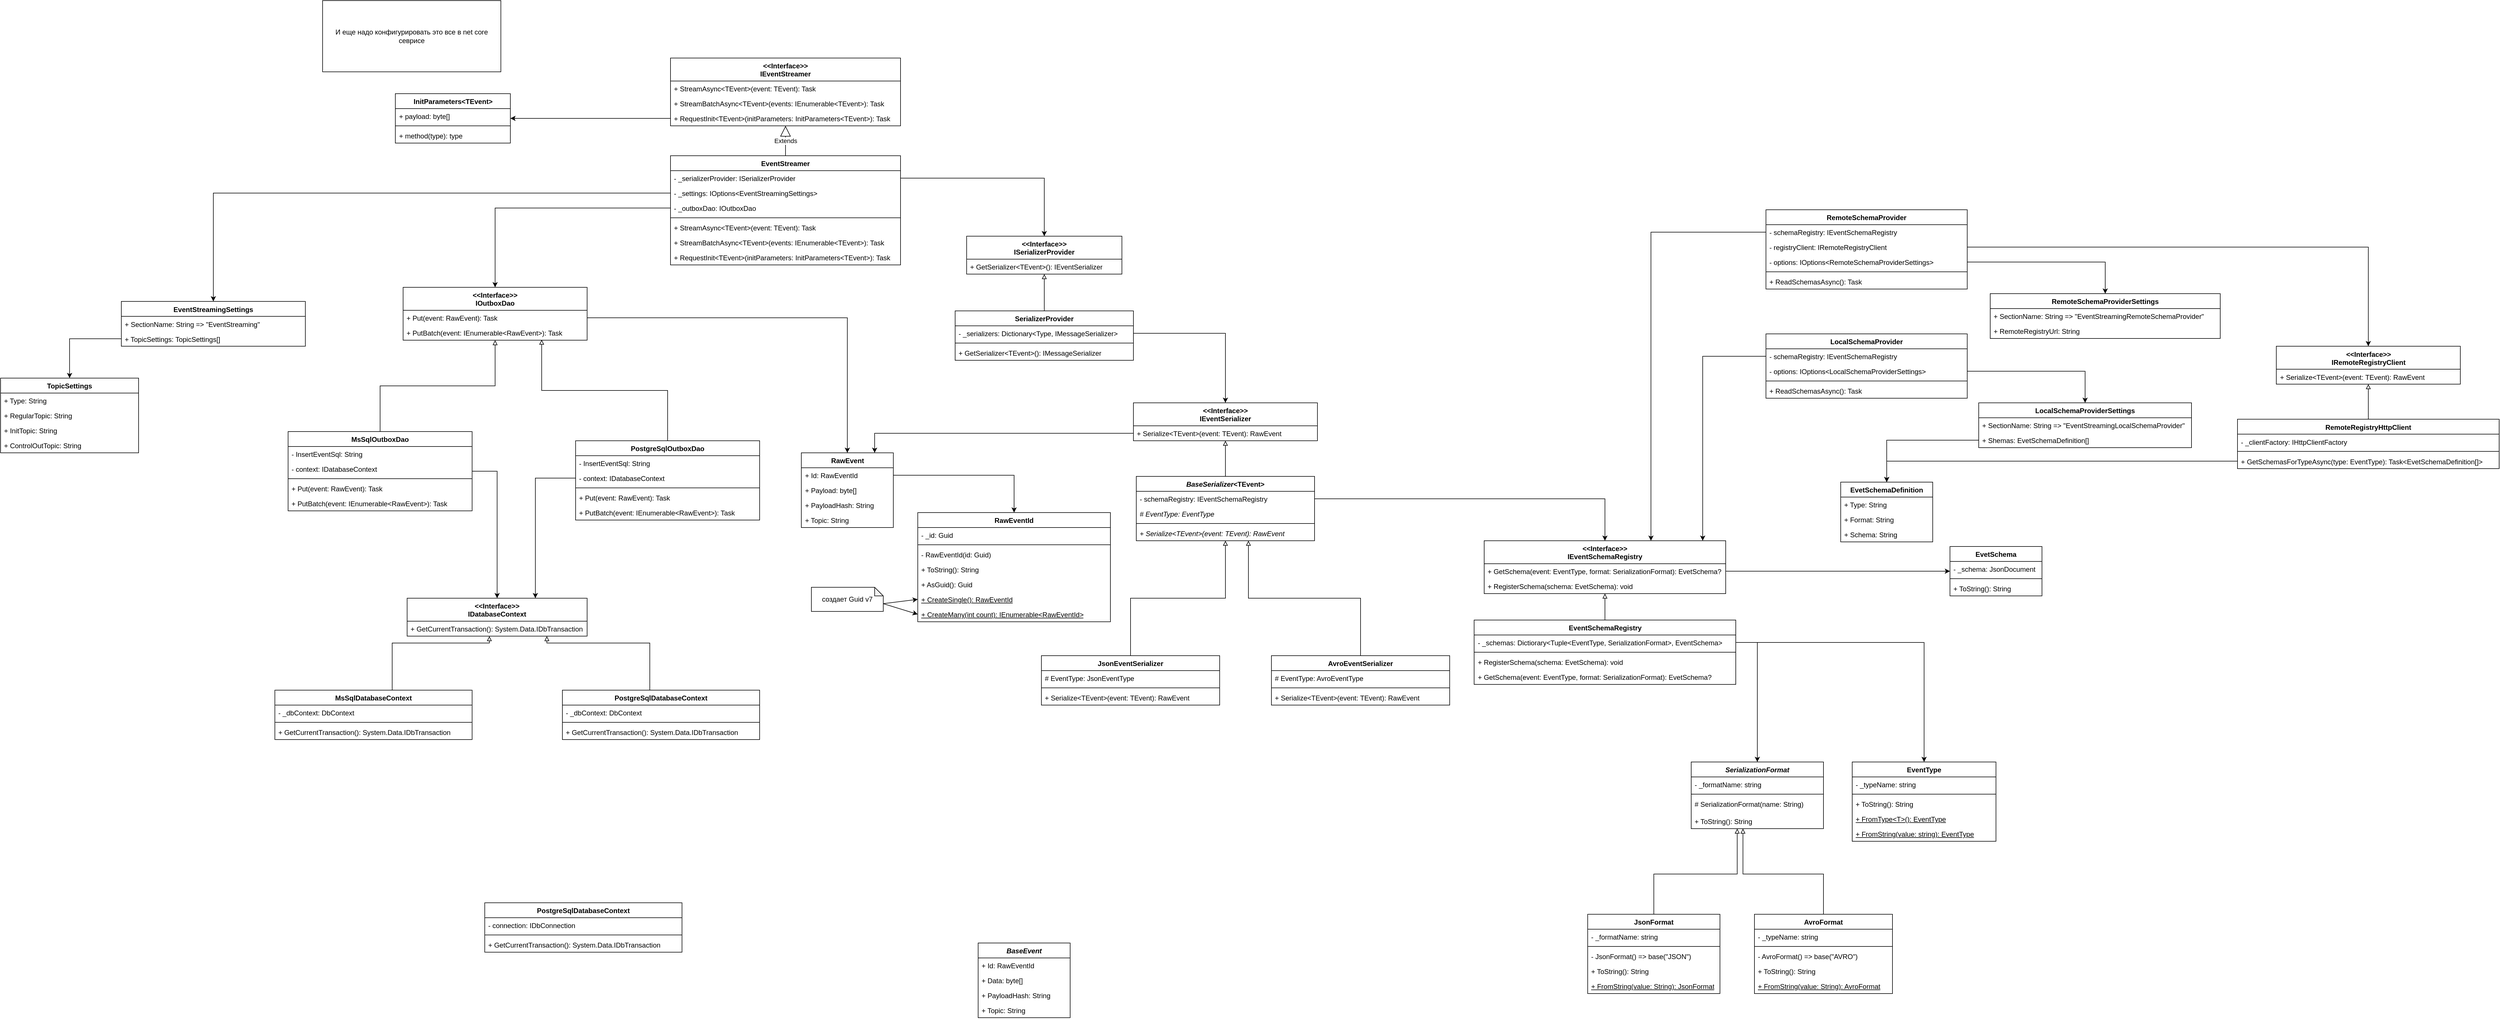
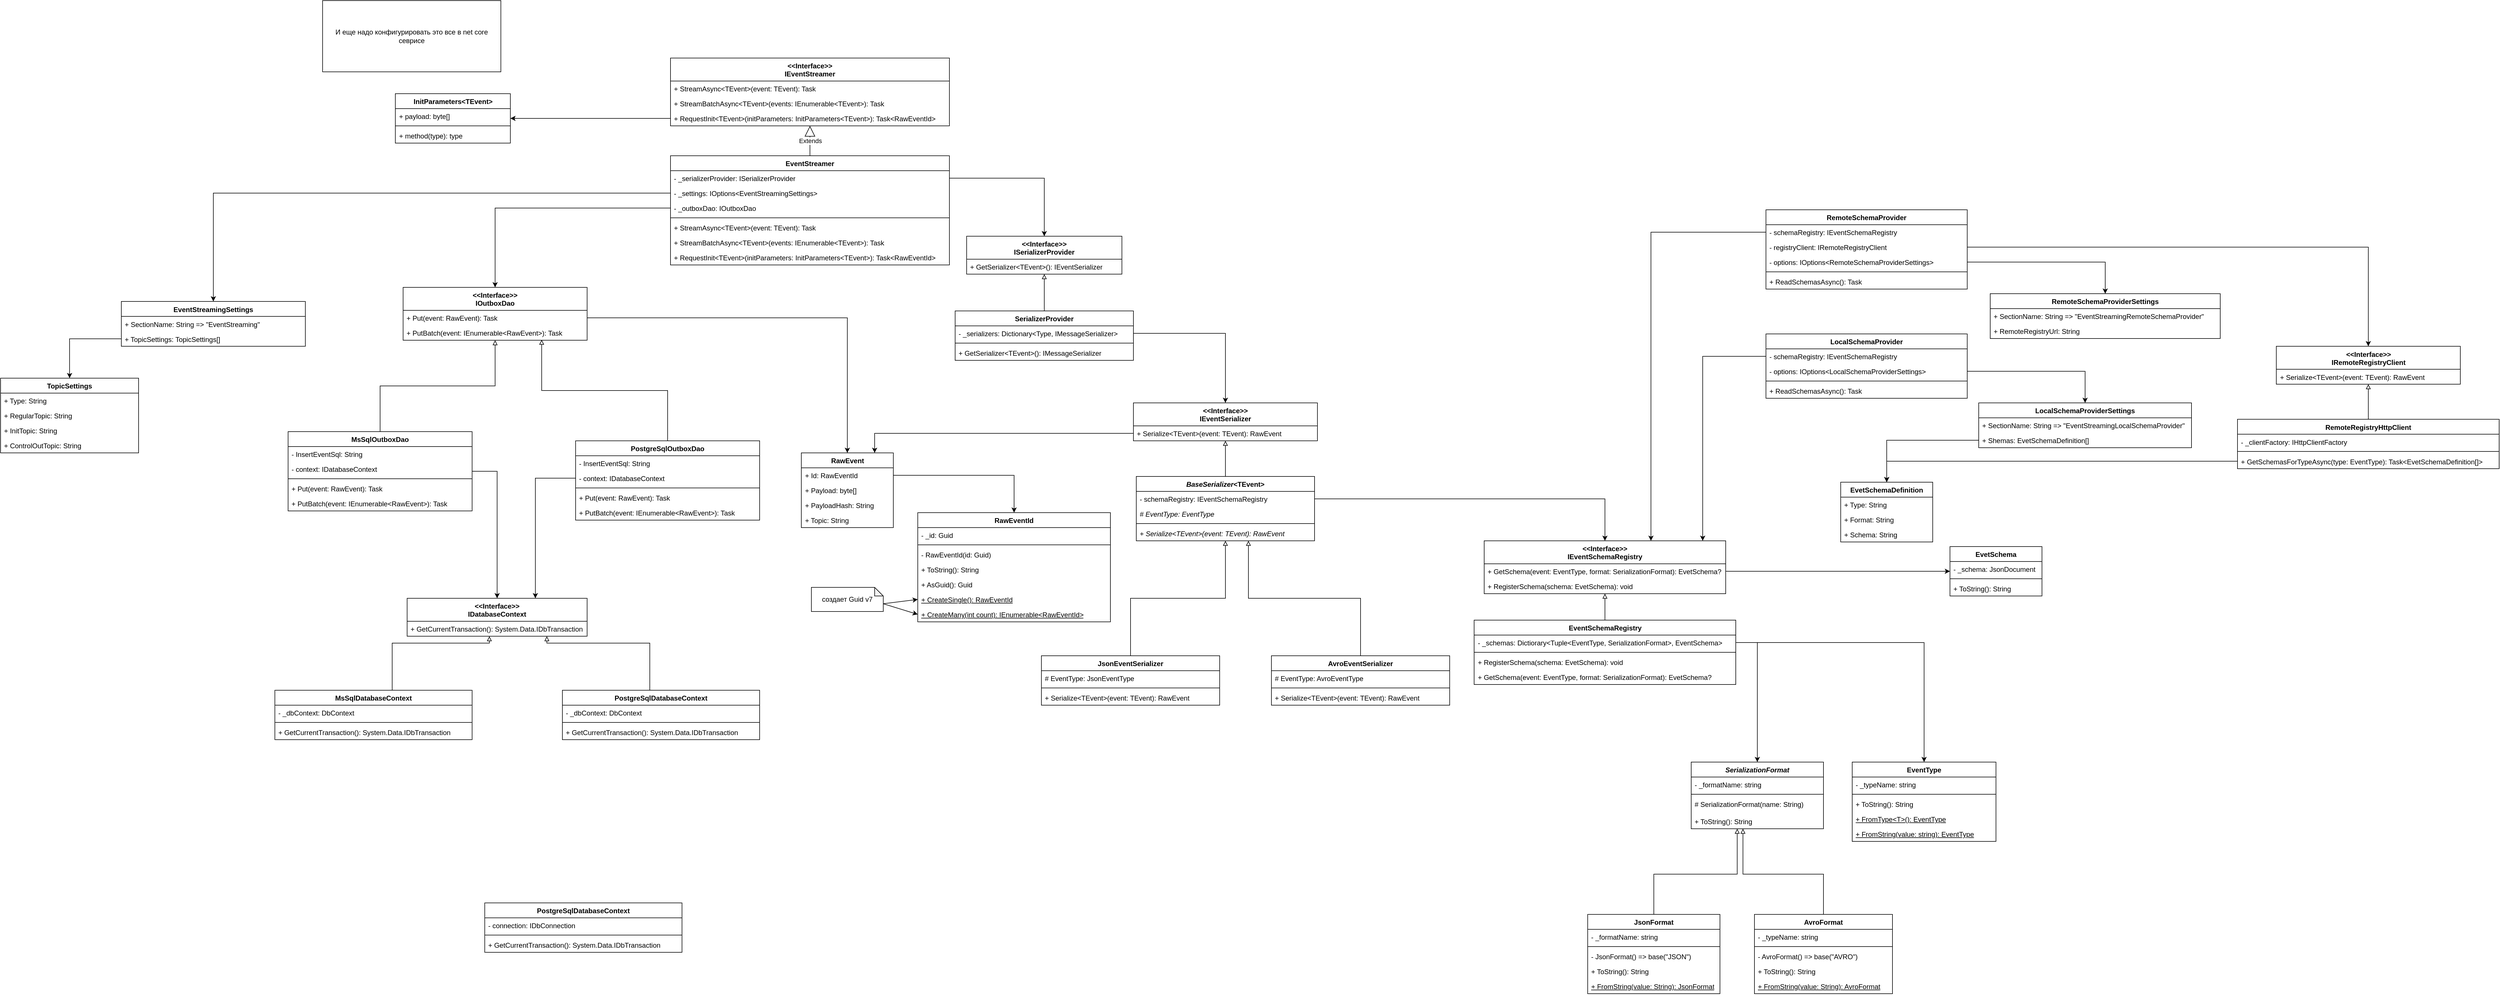
- <mxfile host="drawio-plugin" modified="2026-06-19T18:16:20.226Z" agent="Mozilla/5.0 (Windows NT 10.0; Win64; x64) AppleWebKit/537.36 (KHTML, like Gecko) Chrome/137.0.0.0 Safari/537.36" etag="V95-Mptu9TRLl18uQLBe" version="22.1.22" type="embed">
+ <mxfile host="drawio-plugin" modified="2026-06-21T14:44:49.553Z" agent="Mozilla/5.0 (Windows NT 10.0; Win64; x64) AppleWebKit/537.36 (KHTML, like Gecko) Chrome/137.0.0.0 Safari/537.36" etag="Aor3VTa-Z99Q-V39CyWV" version="22.1.22" type="embed">
  <diagram name="Страница-1" id="7Rpgnvwz0PacPtIiyp3o">
-     <mxGraphModel dx="1388" dy="368" grid="1" gridSize="10" guides="1" tooltips="1" connect="1" arrows="1" fold="1" page="1" pageScale="1" pageWidth="827" pageHeight="1169" math="0" shadow="0">
+     <mxGraphModel dx="2603" dy="1198" grid="1" gridSize="10" guides="1" tooltips="1" connect="1" arrows="1" fold="1" page="1" pageScale="1" pageWidth="827" pageHeight="1169" math="0" shadow="0">
      <root>
        <mxCell id="0" />
        <mxCell id="1" parent="0" />
        <mxCell id="O9n8-SLsjtyMuVFoASU2-1" value="&amp;lt;&amp;lt;Interface&amp;gt;&amp;gt;&lt;div&gt;IEventStreamer&lt;/div&gt;" style="swimlane;fontStyle=1;align=center;verticalAlign=top;childLayout=stackLayout;horizontal=1;startSize=40;horizontalStack=0;resizeParent=1;resizeParentMax=0;resizeLast=0;collapsible=1;marginBottom=0;whiteSpace=wrap;html=1;" parent="1" vertex="1">
-           <mxGeometry x="825" y="140" width="400" height="118" as="geometry" />
+           <mxGeometry x="825" y="140" width="485" height="118" as="geometry" />
        </mxCell>
        <mxCell id="O9n8-SLsjtyMuVFoASU2-2" value="+ StreamAsync&amp;lt;TEvent&amp;gt;(event: TEvent): Task" style="text;strokeColor=none;fillColor=none;align=left;verticalAlign=top;spacingLeft=4;spacingRight=4;overflow=hidden;rotatable=0;points=[[0,0.5],[1,0.5]];portConstraint=eastwest;whiteSpace=wrap;html=1;" parent="O9n8-SLsjtyMuVFoASU2-1" vertex="1">
-           <mxGeometry y="40" width="400" height="26" as="geometry" />
+           <mxGeometry y="40" width="485" height="26" as="geometry" />
        </mxCell>
        <mxCell id="O9n8-SLsjtyMuVFoASU2-3" value="+ StreamBatchAsync&amp;lt;TEvent&amp;gt;(events: IEnumerable&amp;lt;TEvent&amp;gt;): Task" style="text;strokeColor=none;fillColor=none;align=left;verticalAlign=top;spacingLeft=4;spacingRight=4;overflow=hidden;rotatable=0;points=[[0,0.5],[1,0.5]];portConstraint=eastwest;whiteSpace=wrap;html=1;" parent="O9n8-SLsjtyMuVFoASU2-1" vertex="1">
-           <mxGeometry y="66" width="400" height="26" as="geometry" />
-         </mxCell>
-         <mxCell id="115" value="+ RequestInit&amp;lt;TEvent&amp;gt;(initParameters: InitParameters&amp;lt;TEvent&amp;gt;): Task" style="text;strokeColor=none;fillColor=none;align=left;verticalAlign=top;spacingLeft=4;spacingRight=4;overflow=hidden;rotatable=0;points=[[0,0.5],[1,0.5]];portConstraint=eastwest;whiteSpace=wrap;html=1;" vertex="1" parent="O9n8-SLsjtyMuVFoASU2-1">
-           <mxGeometry y="92" width="400" height="26" as="geometry" />
+           <mxGeometry y="66" width="485" height="26" as="geometry" />
+         </mxCell>
+         <mxCell id="115" value="+ RequestInit&amp;lt;TEvent&amp;gt;(initParameters: InitParameters&amp;lt;TEvent&amp;gt;): Task&amp;lt;RawEventId&amp;gt;" style="text;strokeColor=none;fillColor=none;align=left;verticalAlign=top;spacingLeft=4;spacingRight=4;overflow=hidden;rotatable=0;points=[[0,0.5],[1,0.5]];portConstraint=eastwest;whiteSpace=wrap;html=1;" vertex="1" parent="O9n8-SLsjtyMuVFoASU2-1">
+           <mxGeometry y="92" width="485" height="26" as="geometry" />
        </mxCell>
        <mxCell id="O9n8-SLsjtyMuVFoASU2-4" style="edgeStyle=orthogonalEdgeStyle;rounded=0;orthogonalLoop=1;jettySize=auto;html=1;exitX=0;exitY=0.5;exitDx=0;exitDy=0;" parent="1" source="O9n8-SLsjtyMuVFoASU2-7" target="O9n8-SLsjtyMuVFoASU2-33" edge="1">
          <mxGeometry relative="1" as="geometry" />
        </mxCell>
        <mxCell id="O9n8-SLsjtyMuVFoASU2-5" value="EventStreamer" style="swimlane;fontStyle=1;align=center;verticalAlign=top;childLayout=stackLayout;horizontal=1;startSize=26;horizontalStack=0;resizeParent=1;resizeParentMax=0;resizeLast=0;collapsible=1;marginBottom=0;whiteSpace=wrap;html=1;" parent="1" vertex="1">
-           <mxGeometry x="825" y="310" width="400" height="190" as="geometry" />
+           <mxGeometry x="825" y="310" width="485" height="190" as="geometry" />
        </mxCell>
        <mxCell id="O9n8-SLsjtyMuVFoASU2-6" value="- _serializerProvider: ISerializerProvider" style="text;strokeColor=none;fillColor=none;align=left;verticalAlign=top;spacingLeft=4;spacingRight=4;overflow=hidden;rotatable=0;points=[[0,0.5],[1,0.5]];portConstraint=eastwest;whiteSpace=wrap;html=1;" parent="O9n8-SLsjtyMuVFoASU2-5" vertex="1">
-           <mxGeometry y="26" width="400" height="26" as="geometry" />
+           <mxGeometry y="26" width="485" height="26" as="geometry" />
        </mxCell>
        <mxCell id="160" value="- _settings: IOptions&amp;lt;EventStreamingSettings&amp;gt;" style="text;strokeColor=none;fillColor=none;align=left;verticalAlign=top;spacingLeft=4;spacingRight=4;overflow=hidden;rotatable=0;points=[[0,0.5],[1,0.5]];portConstraint=eastwest;whiteSpace=wrap;html=1;" vertex="1" parent="O9n8-SLsjtyMuVFoASU2-5">
-           <mxGeometry y="52" width="400" height="26" as="geometry" />
+           <mxGeometry y="52" width="485" height="26" as="geometry" />
        </mxCell>
        <mxCell id="O9n8-SLsjtyMuVFoASU2-7" value="- _outboxDao: IOutboxDao" style="text;strokeColor=none;fillColor=none;align=left;verticalAlign=top;spacingLeft=4;spacingRight=4;overflow=hidden;rotatable=0;points=[[0,0.5],[1,0.5]];portConstraint=eastwest;whiteSpace=wrap;html=1;" parent="O9n8-SLsjtyMuVFoASU2-5" vertex="1">
-           <mxGeometry y="78" width="400" height="26" as="geometry" />
+           <mxGeometry y="78" width="485" height="26" as="geometry" />
        </mxCell>
        <mxCell id="O9n8-SLsjtyMuVFoASU2-8" value="" style="line;strokeWidth=1;fillColor=none;align=left;verticalAlign=middle;spacingTop=-1;spacingLeft=3;spacingRight=3;rotatable=0;labelPosition=right;points=[];portConstraint=eastwest;strokeColor=inherit;" parent="O9n8-SLsjtyMuVFoASU2-5" vertex="1">
-           <mxGeometry y="104" width="400" height="8" as="geometry" />
+           <mxGeometry y="104" width="485" height="8" as="geometry" />
        </mxCell>
        <mxCell id="O9n8-SLsjtyMuVFoASU2-9" value="+ StreamAsync&amp;lt;TEvent&amp;gt;(event: TEvent): Task" style="text;strokeColor=none;fillColor=none;align=left;verticalAlign=top;spacingLeft=4;spacingRight=4;overflow=hidden;rotatable=0;points=[[0,0.5],[1,0.5]];portConstraint=eastwest;whiteSpace=wrap;html=1;" parent="O9n8-SLsjtyMuVFoASU2-5" vertex="1">
-           <mxGeometry y="112" width="400" height="26" as="geometry" />
+           <mxGeometry y="112" width="485" height="26" as="geometry" />
        </mxCell>
        <mxCell id="O9n8-SLsjtyMuVFoASU2-10" value="+ StreamBatchAsync&amp;lt;TEvent&amp;gt;(events: IEnumerable&amp;lt;TEvent&amp;gt;): Task" style="text;strokeColor=none;fillColor=none;align=left;verticalAlign=top;spacingLeft=4;spacingRight=4;overflow=hidden;rotatable=0;points=[[0,0.5],[1,0.5]];portConstraint=eastwest;whiteSpace=wrap;html=1;" parent="O9n8-SLsjtyMuVFoASU2-5" vertex="1">
-           <mxGeometry y="138" width="400" height="26" as="geometry" />
-         </mxCell>
-         <mxCell id="121" value="+ RequestInit&amp;lt;TEvent&amp;gt;(initParameters: InitParameters&amp;lt;TEvent&amp;gt;): Task" style="text;strokeColor=none;fillColor=none;align=left;verticalAlign=top;spacingLeft=4;spacingRight=4;overflow=hidden;rotatable=0;points=[[0,0.5],[1,0.5]];portConstraint=eastwest;whiteSpace=wrap;html=1;" vertex="1" parent="O9n8-SLsjtyMuVFoASU2-5">
-           <mxGeometry y="164" width="400" height="26" as="geometry" />
+           <mxGeometry y="138" width="485" height="26" as="geometry" />
+         </mxCell>
+         <mxCell id="121" value="+ RequestInit&amp;lt;TEvent&amp;gt;(initParameters: InitParameters&amp;lt;TEvent&amp;gt;): Task&amp;lt;RawEventId&amp;gt;" style="text;strokeColor=none;fillColor=none;align=left;verticalAlign=top;spacingLeft=4;spacingRight=4;overflow=hidden;rotatable=0;points=[[0,0.5],[1,0.5]];portConstraint=eastwest;whiteSpace=wrap;html=1;" vertex="1" parent="O9n8-SLsjtyMuVFoASU2-5">
+           <mxGeometry y="164" width="485" height="26" as="geometry" />
        </mxCell>
        <mxCell id="O9n8-SLsjtyMuVFoASU2-11" value="Extends" style="endArrow=block;endSize=16;endFill=0;html=1;rounded=0;" parent="1" source="O9n8-SLsjtyMuVFoASU2-5" target="O9n8-SLsjtyMuVFoASU2-1" edge="1">
          <mxGeometry width="160" relative="1" as="geometry">
            <mxPoint x="1220" y="290" as="sourcePoint" />
            <mxPoint x="1380" y="290" as="targetPoint" />
          </mxGeometry>
        </mxCell>
        <mxCell id="O9n8-SLsjtyMuVFoASU2-12" value="&amp;lt;&amp;lt;Interface&amp;gt;&amp;gt;&lt;div&gt;&lt;span style=&quot;text-align: left;&quot;&gt;ISerializerProvider&lt;/span&gt;&lt;/div&gt;" style="swimlane;fontStyle=1;align=center;verticalAlign=top;childLayout=stackLayout;horizontal=1;startSize=40;horizontalStack=0;resizeParent=1;resizeParentMax=0;resizeLast=0;collapsible=1;marginBottom=0;whiteSpace=wrap;html=1;" parent="1" vertex="1">
          <mxGeometry x="1340" y="450" width="270" height="66" as="geometry" />
        </mxCell>
        <mxCell id="O9n8-SLsjtyMuVFoASU2-13" value="+ GetSerializer&amp;lt;TEvent&amp;gt;(): IEventSerializer" style="text;strokeColor=none;fillColor=none;align=left;verticalAlign=top;spacingLeft=4;spacingRight=4;overflow=hidden;rotatable=0;points=[[0,0.5],[1,0.5]];portConstraint=eastwest;whiteSpace=wrap;html=1;" parent="O9n8-SLsjtyMuVFoASU2-12" vertex="1">
          <mxGeometry y="40" width="270" height="26" as="geometry" />
        </mxCell>
        <mxCell id="O9n8-SLsjtyMuVFoASU2-14" style="edgeStyle=orthogonalEdgeStyle;rounded=0;orthogonalLoop=1;jettySize=auto;html=1;exitX=1;exitY=0.5;exitDx=0;exitDy=0;" parent="1" source="O9n8-SLsjtyMuVFoASU2-6" target="O9n8-SLsjtyMuVFoASU2-12" edge="1">
          <mxGeometry relative="1" as="geometry" />
        </mxCell>
        <mxCell id="O9n8-SLsjtyMuVFoASU2-15" value="&amp;lt;&amp;lt;Interface&amp;gt;&amp;gt;&lt;div&gt;&lt;span style=&quot;text-align: left;&quot;&gt;IEventSerializer&lt;/span&gt;&lt;/div&gt;" style="swimlane;fontStyle=1;align=center;verticalAlign=top;childLayout=stackLayout;horizontal=1;startSize=40;horizontalStack=0;resizeParent=1;resizeParentMax=0;resizeLast=0;collapsible=1;marginBottom=0;whiteSpace=wrap;html=1;" parent="1" vertex="1">
          <mxGeometry x="1630" y="740" width="320" height="66" as="geometry" />
        </mxCell>
        <mxCell id="O9n8-SLsjtyMuVFoASU2-16" value="+ Serialize&amp;lt;TEvent&amp;gt;(event: TEvent): RawEvent" style="text;strokeColor=none;fillColor=none;align=left;verticalAlign=top;spacingLeft=4;spacingRight=4;overflow=hidden;rotatable=0;points=[[0,0.5],[1,0.5]];portConstraint=eastwest;whiteSpace=wrap;html=1;" parent="O9n8-SLsjtyMuVFoASU2-15" vertex="1">
          <mxGeometry y="40" width="320" height="26" as="geometry" />
        </mxCell>
        <mxCell id="O9n8-SLsjtyMuVFoASU2-17" style="edgeStyle=orthogonalEdgeStyle;rounded=0;orthogonalLoop=1;jettySize=auto;html=1;exitX=0.5;exitY=0;exitDx=0;exitDy=0;endArrow=block;endFill=0;" parent="1" source="O9n8-SLsjtyMuVFoASU2-18" target="O9n8-SLsjtyMuVFoASU2-12" edge="1">
          <mxGeometry relative="1" as="geometry" />
        </mxCell>
        <mxCell id="O9n8-SLsjtyMuVFoASU2-18" value="&lt;span style=&quot;text-align: left;&quot;&gt;SerializerProvider&lt;/span&gt;" style="swimlane;fontStyle=1;align=center;verticalAlign=top;childLayout=stackLayout;horizontal=1;startSize=26;horizontalStack=0;resizeParent=1;resizeParentMax=0;resizeLast=0;collapsible=1;marginBottom=0;whiteSpace=wrap;html=1;" parent="1" vertex="1">
          <mxGeometry x="1320" y="580" width="310" height="86" as="geometry" />
        </mxCell>
        <mxCell id="O9n8-SLsjtyMuVFoASU2-19" value="- _serializers: Dictionary&amp;lt;Type, IMessageSerializer&amp;gt;" style="text;strokeColor=none;fillColor=none;align=left;verticalAlign=top;spacingLeft=4;spacingRight=4;overflow=hidden;rotatable=0;points=[[0,0.5],[1,0.5]];portConstraint=eastwest;whiteSpace=wrap;html=1;" parent="O9n8-SLsjtyMuVFoASU2-18" vertex="1">
          <mxGeometry y="26" width="310" height="26" as="geometry" />
        </mxCell>
        <mxCell id="O9n8-SLsjtyMuVFoASU2-20" value="" style="line;strokeWidth=1;fillColor=none;align=left;verticalAlign=middle;spacingTop=-1;spacingLeft=3;spacingRight=3;rotatable=0;labelPosition=right;points=[];portConstraint=eastwest;strokeColor=inherit;" parent="O9n8-SLsjtyMuVFoASU2-18" vertex="1">
          <mxGeometry y="52" width="310" height="8" as="geometry" />
        </mxCell>
        <mxCell id="O9n8-SLsjtyMuVFoASU2-21" value="+ GetSerializer&amp;lt;TEvent&amp;gt;(): IMessageSerializer" style="text;strokeColor=none;fillColor=none;align=left;verticalAlign=top;spacingLeft=4;spacingRight=4;overflow=hidden;rotatable=0;points=[[0,0.5],[1,0.5]];portConstraint=eastwest;whiteSpace=wrap;html=1;" parent="O9n8-SLsjtyMuVFoASU2-18" vertex="1">
          <mxGeometry y="60" width="310" height="26" as="geometry" />
        </mxCell>
        <mxCell id="O9n8-SLsjtyMuVFoASU2-22" style="edgeStyle=orthogonalEdgeStyle;rounded=0;orthogonalLoop=1;jettySize=auto;html=1;exitX=1;exitY=0.5;exitDx=0;exitDy=0;" parent="1" source="O9n8-SLsjtyMuVFoASU2-19" target="O9n8-SLsjtyMuVFoASU2-15" edge="1">
          <mxGeometry relative="1" as="geometry" />
        </mxCell>
        <mxCell id="O9n8-SLsjtyMuVFoASU2-32" style="edgeStyle=orthogonalEdgeStyle;rounded=0;orthogonalLoop=1;jettySize=auto;html=1;endArrow=block;endFill=0;" parent="1" source="14" target="O9n8-SLsjtyMuVFoASU2-15" edge="1">
          <mxGeometry relative="1" as="geometry">
            <mxPoint x="1975" y="940" as="sourcePoint" />
          </mxGeometry>
        </mxCell>
        <mxCell id="O9n8-SLsjtyMuVFoASU2-33" value="&amp;lt;&amp;lt;Interface&amp;gt;&amp;gt;&lt;div&gt;&lt;span style=&quot;text-align: left;&quot;&gt;IOutboxDao&lt;/span&gt;&lt;/div&gt;" style="swimlane;fontStyle=1;align=center;verticalAlign=top;childLayout=stackLayout;horizontal=1;startSize=40;horizontalStack=0;resizeParent=1;resizeParentMax=0;resizeLast=0;collapsible=1;marginBottom=0;whiteSpace=wrap;html=1;" parent="1" vertex="1">
          <mxGeometry x="360" y="539" width="320" height="92" as="geometry" />
        </mxCell>
        <mxCell id="O9n8-SLsjtyMuVFoASU2-34" value="+ Put(event: RawEvent): Task" style="text;strokeColor=none;fillColor=none;align=left;verticalAlign=top;spacingLeft=4;spacingRight=4;overflow=hidden;rotatable=0;points=[[0,0.5],[1,0.5]];portConstraint=eastwest;whiteSpace=wrap;html=1;" parent="O9n8-SLsjtyMuVFoASU2-33" vertex="1">
          <mxGeometry y="40" width="320" height="26" as="geometry" />
        </mxCell>
        <mxCell id="O9n8-SLsjtyMuVFoASU2-35" value="+ PutBatch(event: IEnumerable&amp;lt;RawEvent&amp;gt;): Task" style="text;strokeColor=none;fillColor=none;align=left;verticalAlign=top;spacingLeft=4;spacingRight=4;overflow=hidden;rotatable=0;points=[[0,0.5],[1,0.5]];portConstraint=eastwest;whiteSpace=wrap;html=1;" parent="O9n8-SLsjtyMuVFoASU2-33" vertex="1">
          <mxGeometry y="66" width="320" height="26" as="geometry" />
        </mxCell>
        <mxCell id="O9n8-SLsjtyMuVFoASU2-36" value="&lt;span style=&quot;text-align: left;&quot;&gt;RawEvent&lt;/span&gt;" style="swimlane;fontStyle=1;align=center;verticalAlign=top;childLayout=stackLayout;horizontal=1;startSize=26;horizontalStack=0;resizeParent=1;resizeParentMax=0;resizeLast=0;collapsible=1;marginBottom=0;whiteSpace=wrap;html=1;" parent="1" vertex="1">
          <mxGeometry x="1052.5" y="827" width="160" height="130" as="geometry" />
        </mxCell>
        <mxCell id="122" value="+ Id: RawEventId" style="text;strokeColor=none;fillColor=none;align=left;verticalAlign=top;spacingLeft=4;spacingRight=4;overflow=hidden;rotatable=0;points=[[0,0.5],[1,0.5]];portConstraint=eastwest;whiteSpace=wrap;html=1;" vertex="1" parent="O9n8-SLsjtyMuVFoASU2-36">
          <mxGeometry y="26" width="160" height="26" as="geometry" />
        </mxCell>
        <mxCell id="O9n8-SLsjtyMuVFoASU2-37" value="+ Payload: byte[]" style="text;strokeColor=none;fillColor=none;align=left;verticalAlign=top;spacingLeft=4;spacingRight=4;overflow=hidden;rotatable=0;points=[[0,0.5],[1,0.5]];portConstraint=eastwest;whiteSpace=wrap;html=1;" parent="O9n8-SLsjtyMuVFoASU2-36" vertex="1">
          <mxGeometry y="52" width="160" height="26" as="geometry" />
        </mxCell>
        <mxCell id="137" value="+ PayloadHash: String" style="text;strokeColor=none;fillColor=none;align=left;verticalAlign=top;spacingLeft=4;spacingRight=4;overflow=hidden;rotatable=0;points=[[0,0.5],[1,0.5]];portConstraint=eastwest;whiteSpace=wrap;html=1;" vertex="1" parent="O9n8-SLsjtyMuVFoASU2-36">
          <mxGeometry y="78" width="160" height="26" as="geometry" />
        </mxCell>
        <mxCell id="O9n8-SLsjtyMuVFoASU2-39" value="+ Topic: String" style="text;strokeColor=none;fillColor=none;align=left;verticalAlign=top;spacingLeft=4;spacingRight=4;overflow=hidden;rotatable=0;points=[[0,0.5],[1,0.5]];portConstraint=eastwest;whiteSpace=wrap;html=1;" parent="O9n8-SLsjtyMuVFoASU2-36" vertex="1">
          <mxGeometry y="104" width="160" height="26" as="geometry" />
        </mxCell>
        <mxCell id="O9n8-SLsjtyMuVFoASU2-40" style="edgeStyle=orthogonalEdgeStyle;rounded=0;orthogonalLoop=1;jettySize=auto;html=1;exitX=0;exitY=0.5;exitDx=0;exitDy=0;" parent="1" source="O9n8-SLsjtyMuVFoASU2-16" target="O9n8-SLsjtyMuVFoASU2-36" edge="1">
          <mxGeometry relative="1" as="geometry">
            <Array as="points">
              <mxPoint x="1180" y="793" />
            </Array>
          </mxGeometry>
        </mxCell>
        <mxCell id="O9n8-SLsjtyMuVFoASU2-41" style="edgeStyle=orthogonalEdgeStyle;rounded=0;orthogonalLoop=1;jettySize=auto;html=1;exitX=1;exitY=0.5;exitDx=0;exitDy=0;" parent="1" source="O9n8-SLsjtyMuVFoASU2-34" target="O9n8-SLsjtyMuVFoASU2-36" edge="1">
          <mxGeometry relative="1" as="geometry" />
        </mxCell>
        <mxCell id="O9n8-SLsjtyMuVFoASU2-42" style="edgeStyle=orthogonalEdgeStyle;rounded=0;orthogonalLoop=1;jettySize=auto;html=1;endArrow=block;endFill=0;entryX=0.753;entryY=0.967;entryDx=0;entryDy=0;entryPerimeter=0;" parent="1" source="O9n8-SLsjtyMuVFoASU2-43" target="O9n8-SLsjtyMuVFoASU2-35" edge="1">
          <mxGeometry relative="1" as="geometry">
            <mxPoint x="860.04" y="730" as="sourcePoint" />
            <mxPoint x="680.090909090909" y="820.0000000000002" as="targetPoint" />
          </mxGeometry>
        </mxCell>
        <mxCell id="O9n8-SLsjtyMuVFoASU2-43" value="&lt;span style=&quot;text-align: left;&quot;&gt;PostgreSqlOutboxDao&lt;/span&gt;" style="swimlane;fontStyle=1;align=center;verticalAlign=top;childLayout=stackLayout;horizontal=1;startSize=26;horizontalStack=0;resizeParent=1;resizeParentMax=0;resizeLast=0;collapsible=1;marginBottom=0;whiteSpace=wrap;html=1;" parent="1" vertex="1">
          <mxGeometry x="660" y="806" width="320" height="138" as="geometry" />
        </mxCell>
        <mxCell id="O9n8-SLsjtyMuVFoASU2-44" value="- InsertEventSql: String" style="text;strokeColor=none;fillColor=none;align=left;verticalAlign=top;spacingLeft=4;spacingRight=4;overflow=hidden;rotatable=0;points=[[0,0.5],[1,0.5]];portConstraint=eastwest;whiteSpace=wrap;html=1;" parent="O9n8-SLsjtyMuVFoASU2-43" vertex="1">
          <mxGeometry y="26" width="320" height="26" as="geometry" />
        </mxCell>
        <mxCell id="114" value="- context:&amp;nbsp;IDatabaseContext" style="text;strokeColor=none;fillColor=none;align=left;verticalAlign=top;spacingLeft=4;spacingRight=4;overflow=hidden;rotatable=0;points=[[0,0.5],[1,0.5]];portConstraint=eastwest;whiteSpace=wrap;html=1;" parent="O9n8-SLsjtyMuVFoASU2-43" vertex="1">
          <mxGeometry y="52" width="320" height="26" as="geometry" />
        </mxCell>
        <mxCell id="O9n8-SLsjtyMuVFoASU2-46" value="" style="line;strokeWidth=1;fillColor=none;align=left;verticalAlign=middle;spacingTop=-1;spacingLeft=3;spacingRight=3;rotatable=0;labelPosition=right;points=[];portConstraint=eastwest;strokeColor=inherit;" parent="O9n8-SLsjtyMuVFoASU2-43" vertex="1">
          <mxGeometry y="78" width="320" height="8" as="geometry" />
        </mxCell>
        <mxCell id="O9n8-SLsjtyMuVFoASU2-47" value="+ Put(event: RawEvent): Task" style="text;strokeColor=none;fillColor=none;align=left;verticalAlign=top;spacingLeft=4;spacingRight=4;overflow=hidden;rotatable=0;points=[[0,0.5],[1,0.5]];portConstraint=eastwest;whiteSpace=wrap;html=1;" parent="O9n8-SLsjtyMuVFoASU2-43" vertex="1">
          <mxGeometry y="86" width="320" height="26" as="geometry" />
        </mxCell>
        <mxCell id="O9n8-SLsjtyMuVFoASU2-48" value="+ PutBatch(event: IEnumerable&amp;lt;RawEvent&amp;gt;): Task" style="text;strokeColor=none;fillColor=none;align=left;verticalAlign=top;spacingLeft=4;spacingRight=4;overflow=hidden;rotatable=0;points=[[0,0.5],[1,0.5]];portConstraint=eastwest;whiteSpace=wrap;html=1;" parent="O9n8-SLsjtyMuVFoASU2-43" vertex="1">
          <mxGeometry y="112" width="320" height="26" as="geometry" />
        </mxCell>
        <mxCell id="O9n8-SLsjtyMuVFoASU2-49" style="edgeStyle=orthogonalEdgeStyle;rounded=0;orthogonalLoop=1;jettySize=auto;html=1;exitX=1;exitY=0.5;exitDx=0;exitDy=0;" parent="1" source="O9n8-SLsjtyMuVFoASU2-50" target="O9n8-SLsjtyMuVFoASU2-57" edge="1">
          <mxGeometry relative="1" as="geometry" />
        </mxCell>
        <mxCell id="O9n8-SLsjtyMuVFoASU2-50" value="&lt;span style=&quot;text-align: left;&quot;&gt;MsSqlOutboxDao&lt;/span&gt;" style="swimlane;fontStyle=1;align=center;verticalAlign=top;childLayout=stackLayout;horizontal=1;startSize=26;horizontalStack=0;resizeParent=1;resizeParentMax=0;resizeLast=0;collapsible=1;marginBottom=0;whiteSpace=wrap;html=1;" parent="1" vertex="1">
          <mxGeometry x="160" y="790" width="320" height="138" as="geometry" />
        </mxCell>
        <mxCell id="O9n8-SLsjtyMuVFoASU2-51" value="- InsertEventSql: String" style="text;strokeColor=none;fillColor=none;align=left;verticalAlign=top;spacingLeft=4;spacingRight=4;overflow=hidden;rotatable=0;points=[[0,0.5],[1,0.5]];portConstraint=eastwest;whiteSpace=wrap;html=1;" parent="O9n8-SLsjtyMuVFoASU2-50" vertex="1">
          <mxGeometry y="26" width="320" height="26" as="geometry" />
        </mxCell>
        <mxCell id="O9n8-SLsjtyMuVFoASU2-52" value="- context:&amp;nbsp;IDatabaseContext" style="text;strokeColor=none;fillColor=none;align=left;verticalAlign=top;spacingLeft=4;spacingRight=4;overflow=hidden;rotatable=0;points=[[0,0.5],[1,0.5]];portConstraint=eastwest;whiteSpace=wrap;html=1;" parent="O9n8-SLsjtyMuVFoASU2-50" vertex="1">
          <mxGeometry y="52" width="320" height="26" as="geometry" />
        </mxCell>
        <mxCell id="O9n8-SLsjtyMuVFoASU2-53" value="" style="line;strokeWidth=1;fillColor=none;align=left;verticalAlign=middle;spacingTop=-1;spacingLeft=3;spacingRight=3;rotatable=0;labelPosition=right;points=[];portConstraint=eastwest;strokeColor=inherit;" parent="O9n8-SLsjtyMuVFoASU2-50" vertex="1">
          <mxGeometry y="78" width="320" height="8" as="geometry" />
        </mxCell>
        <mxCell id="O9n8-SLsjtyMuVFoASU2-54" value="+ Put(event: RawEvent): Task" style="text;strokeColor=none;fillColor=none;align=left;verticalAlign=top;spacingLeft=4;spacingRight=4;overflow=hidden;rotatable=0;points=[[0,0.5],[1,0.5]];portConstraint=eastwest;whiteSpace=wrap;html=1;" parent="O9n8-SLsjtyMuVFoASU2-50" vertex="1">
          <mxGeometry y="86" width="320" height="26" as="geometry" />
        </mxCell>
        <mxCell id="O9n8-SLsjtyMuVFoASU2-55" value="+ PutBatch(event: IEnumerable&amp;lt;RawEvent&amp;gt;): Task" style="text;strokeColor=none;fillColor=none;align=left;verticalAlign=top;spacingLeft=4;spacingRight=4;overflow=hidden;rotatable=0;points=[[0,0.5],[1,0.5]];portConstraint=eastwest;whiteSpace=wrap;html=1;" parent="O9n8-SLsjtyMuVFoASU2-50" vertex="1">
          <mxGeometry y="112" width="320" height="26" as="geometry" />
        </mxCell>
        <mxCell id="O9n8-SLsjtyMuVFoASU2-56" style="edgeStyle=orthogonalEdgeStyle;rounded=0;orthogonalLoop=1;jettySize=auto;html=1;endArrow=block;endFill=0;" parent="1" source="O9n8-SLsjtyMuVFoASU2-50" target="O9n8-SLsjtyMuVFoASU2-33" edge="1">
          <mxGeometry relative="1" as="geometry">
            <mxPoint x="680" y="812" as="sourcePoint" />
            <mxPoint x="570" y="640" as="targetPoint" />
          </mxGeometry>
        </mxCell>
        <mxCell id="O9n8-SLsjtyMuVFoASU2-57" value="&amp;lt;&amp;lt;Interface&amp;gt;&amp;gt;&lt;div&gt;&lt;span style=&quot;text-align: left;&quot;&gt;IDatabaseContext&lt;/span&gt;&lt;/div&gt;" style="swimlane;fontStyle=1;align=center;verticalAlign=top;childLayout=stackLayout;horizontal=1;startSize=40;horizontalStack=0;resizeParent=1;resizeParentMax=0;resizeLast=0;collapsible=1;marginBottom=0;whiteSpace=wrap;html=1;" parent="1" vertex="1">
          <mxGeometry x="367" y="1080" width="313" height="66" as="geometry" />
        </mxCell>
        <mxCell id="O9n8-SLsjtyMuVFoASU2-58" value="+ GetCurrentTransaction(): System.Data.IDbTransaction" style="text;strokeColor=none;fillColor=none;align=left;verticalAlign=top;spacingLeft=4;spacingRight=4;overflow=hidden;rotatable=0;points=[[0,0.5],[1,0.5]];portConstraint=eastwest;whiteSpace=wrap;html=1;" parent="O9n8-SLsjtyMuVFoASU2-57" vertex="1">
          <mxGeometry y="40" width="313" height="26" as="geometry" />
        </mxCell>
        <mxCell id="O9n8-SLsjtyMuVFoASU2-59" style="edgeStyle=orthogonalEdgeStyle;rounded=0;orthogonalLoop=1;jettySize=auto;html=1;exitX=0;exitY=0.5;exitDx=0;exitDy=0;" parent="1" source="114" target="O9n8-SLsjtyMuVFoASU2-57" edge="1">
          <mxGeometry relative="1" as="geometry">
            <Array as="points">
              <mxPoint x="590" y="871" />
            </Array>
          </mxGeometry>
        </mxCell>
        <mxCell id="O9n8-SLsjtyMuVFoASU2-60" style="edgeStyle=orthogonalEdgeStyle;rounded=0;orthogonalLoop=1;jettySize=auto;html=1;exitX=0.5;exitY=0;exitDx=0;exitDy=0;endArrow=block;endFill=0;" parent="1" source="O9n8-SLsjtyMuVFoASU2-61" target="O9n8-SLsjtyMuVFoASU2-57" edge="1">
          <mxGeometry relative="1" as="geometry">
            <Array as="points">
              <mxPoint x="341" y="1158" />
              <mxPoint x="510" y="1158" />
            </Array>
          </mxGeometry>
        </mxCell>
        <mxCell id="O9n8-SLsjtyMuVFoASU2-61" value="&lt;span style=&quot;text-align: left;&quot;&gt;MsSql&lt;/span&gt;DatabaseContext" style="swimlane;fontStyle=1;align=center;verticalAlign=top;childLayout=stackLayout;horizontal=1;startSize=26;horizontalStack=0;resizeParent=1;resizeParentMax=0;resizeLast=0;collapsible=1;marginBottom=0;whiteSpace=wrap;html=1;" parent="1" vertex="1">
          <mxGeometry x="137" y="1240" width="343" height="86" as="geometry" />
        </mxCell>
        <mxCell id="O9n8-SLsjtyMuVFoASU2-62" value="- _dbContext: DbContext" style="text;strokeColor=none;fillColor=none;align=left;verticalAlign=top;spacingLeft=4;spacingRight=4;overflow=hidden;rotatable=0;points=[[0,0.5],[1,0.5]];portConstraint=eastwest;whiteSpace=wrap;html=1;" parent="O9n8-SLsjtyMuVFoASU2-61" vertex="1">
          <mxGeometry y="26" width="343" height="26" as="geometry" />
        </mxCell>
        <mxCell id="O9n8-SLsjtyMuVFoASU2-63" value="" style="line;strokeWidth=1;fillColor=none;align=left;verticalAlign=middle;spacingTop=-1;spacingLeft=3;spacingRight=3;rotatable=0;labelPosition=right;points=[];portConstraint=eastwest;strokeColor=inherit;" parent="O9n8-SLsjtyMuVFoASU2-61" vertex="1">
          <mxGeometry y="52" width="343" height="8" as="geometry" />
        </mxCell>
        <mxCell id="O9n8-SLsjtyMuVFoASU2-64" value="+ GetCurrentTransaction(): System.Data.IDbTransaction" style="text;strokeColor=none;fillColor=none;align=left;verticalAlign=top;spacingLeft=4;spacingRight=4;overflow=hidden;rotatable=0;points=[[0,0.5],[1,0.5]];portConstraint=eastwest;whiteSpace=wrap;html=1;" parent="O9n8-SLsjtyMuVFoASU2-61" vertex="1">
          <mxGeometry y="60" width="343" height="26" as="geometry" />
        </mxCell>
        <mxCell id="O9n8-SLsjtyMuVFoASU2-65" style="edgeStyle=orthogonalEdgeStyle;rounded=0;orthogonalLoop=1;jettySize=auto;html=1;endArrow=block;endFill=0;" parent="1" source="O9n8-SLsjtyMuVFoASU2-66" target="O9n8-SLsjtyMuVFoASU2-57" edge="1">
          <mxGeometry relative="1" as="geometry">
            <Array as="points">
              <mxPoint x="789" y="1158" />
              <mxPoint x="610" y="1158" />
            </Array>
            <mxPoint x="788.5" y="1210" as="sourcePoint" />
          </mxGeometry>
        </mxCell>
        <mxCell id="O9n8-SLsjtyMuVFoASU2-66" value="&lt;span style=&quot;text-align: left;&quot;&gt;PostgreSql&lt;/span&gt;DatabaseContext" style="swimlane;fontStyle=1;align=center;verticalAlign=top;childLayout=stackLayout;horizontal=1;startSize=26;horizontalStack=0;resizeParent=1;resizeParentMax=0;resizeLast=0;collapsible=1;marginBottom=0;whiteSpace=wrap;html=1;" parent="1" vertex="1">
          <mxGeometry x="637" y="1240" width="343" height="86" as="geometry" />
        </mxCell>
        <mxCell id="O9n8-SLsjtyMuVFoASU2-67" value="- _dbContext: DbContext" style="text;strokeColor=none;fillColor=none;align=left;verticalAlign=top;spacingLeft=4;spacingRight=4;overflow=hidden;rotatable=0;points=[[0,0.5],[1,0.5]];portConstraint=eastwest;whiteSpace=wrap;html=1;" parent="O9n8-SLsjtyMuVFoASU2-66" vertex="1">
          <mxGeometry y="26" width="343" height="26" as="geometry" />
        </mxCell>
        <mxCell id="O9n8-SLsjtyMuVFoASU2-68" value="" style="line;strokeWidth=1;fillColor=none;align=left;verticalAlign=middle;spacingTop=-1;spacingLeft=3;spacingRight=3;rotatable=0;labelPosition=right;points=[];portConstraint=eastwest;strokeColor=inherit;" parent="O9n8-SLsjtyMuVFoASU2-66" vertex="1">
          <mxGeometry y="52" width="343" height="8" as="geometry" />
        </mxCell>
        <mxCell id="O9n8-SLsjtyMuVFoASU2-69" value="+ GetCurrentTransaction(): System.Data.IDbTransaction" style="text;strokeColor=none;fillColor=none;align=left;verticalAlign=top;spacingLeft=4;spacingRight=4;overflow=hidden;rotatable=0;points=[[0,0.5],[1,0.5]];portConstraint=eastwest;whiteSpace=wrap;html=1;" parent="O9n8-SLsjtyMuVFoASU2-66" vertex="1">
          <mxGeometry y="60" width="343" height="26" as="geometry" />
        </mxCell>
        <mxCell id="O9n8-SLsjtyMuVFoASU2-70" value="И еще надо конфигурировать это все в net core севрисе" style="html=1;whiteSpace=wrap;" parent="1" vertex="1">
          <mxGeometry x="220" y="40" width="310" height="124" as="geometry" />
        </mxCell>
        <mxCell id="2" style="edgeStyle=orthogonalEdgeStyle;rounded=0;orthogonalLoop=1;jettySize=auto;html=1;exitX=0.5;exitY=0;exitDx=0;exitDy=0;endArrow=block;endFill=0;" parent="1" source="3" target="14" edge="1">
          <mxGeometry relative="1" as="geometry" />
        </mxCell>
        <mxCell id="3" value="&lt;span style=&quot;text-align: left;&quot;&gt;JsonEventSerializer&lt;/span&gt;" style="swimlane;fontStyle=1;align=center;verticalAlign=top;childLayout=stackLayout;horizontal=1;startSize=26;horizontalStack=0;resizeParent=1;resizeParentMax=0;resizeLast=0;collapsible=1;marginBottom=0;whiteSpace=wrap;html=1;" parent="1" vertex="1">
          <mxGeometry x="1470" y="1180" width="310" height="86" as="geometry" />
        </mxCell>
        <mxCell id="4" value="# EventType: JsonEventType" style="text;strokeColor=none;fillColor=none;align=left;verticalAlign=top;spacingLeft=4;spacingRight=4;overflow=hidden;rotatable=0;points=[[0,0.5],[1,0.5]];portConstraint=eastwest;whiteSpace=wrap;html=1;" parent="3" vertex="1">
          <mxGeometry y="26" width="310" height="26" as="geometry" />
        </mxCell>
        <mxCell id="5" value="" style="line;strokeWidth=1;fillColor=none;align=left;verticalAlign=middle;spacingTop=-1;spacingLeft=3;spacingRight=3;rotatable=0;labelPosition=right;points=[];portConstraint=eastwest;strokeColor=inherit;" parent="3" vertex="1">
          <mxGeometry y="52" width="310" height="8" as="geometry" />
        </mxCell>
        <mxCell id="6" value="+ Serialize&amp;lt;TEvent&amp;gt;(event: TEvent): RawEvent" style="text;strokeColor=none;fillColor=none;align=left;verticalAlign=top;spacingLeft=4;spacingRight=4;overflow=hidden;rotatable=0;points=[[0,0.5],[1,0.5]];portConstraint=eastwest;whiteSpace=wrap;html=1;" parent="3" vertex="1">
          <mxGeometry y="60" width="310" height="26" as="geometry" />
        </mxCell>
        <mxCell id="7" value="&lt;span style=&quot;text-align: left;&quot;&gt;AvroEventSerializer&lt;/span&gt;" style="swimlane;fontStyle=1;align=center;verticalAlign=top;childLayout=stackLayout;horizontal=1;startSize=26;horizontalStack=0;resizeParent=1;resizeParentMax=0;resizeLast=0;collapsible=1;marginBottom=0;whiteSpace=wrap;html=1;" parent="1" vertex="1">
          <mxGeometry x="1870" y="1180" width="310" height="86" as="geometry" />
        </mxCell>
        <mxCell id="8" value="# EventType: AvroEventType" style="text;strokeColor=none;fillColor=none;align=left;verticalAlign=top;spacingLeft=4;spacingRight=4;overflow=hidden;rotatable=0;points=[[0,0.5],[1,0.5]];portConstraint=eastwest;whiteSpace=wrap;html=1;" parent="7" vertex="1">
          <mxGeometry y="26" width="310" height="26" as="geometry" />
        </mxCell>
        <mxCell id="9" value="" style="line;strokeWidth=1;fillColor=none;align=left;verticalAlign=middle;spacingTop=-1;spacingLeft=3;spacingRight=3;rotatable=0;labelPosition=right;points=[];portConstraint=eastwest;strokeColor=inherit;" parent="7" vertex="1">
          <mxGeometry y="52" width="310" height="8" as="geometry" />
        </mxCell>
        <mxCell id="10" value="+ Serialize&amp;lt;TEvent&amp;gt;(event: TEvent): RawEvent" style="text;strokeColor=none;fillColor=none;align=left;verticalAlign=top;spacingLeft=4;spacingRight=4;overflow=hidden;rotatable=0;points=[[0,0.5],[1,0.5]];portConstraint=eastwest;whiteSpace=wrap;html=1;" parent="7" vertex="1">
          <mxGeometry y="60" width="310" height="26" as="geometry" />
        </mxCell>
        <mxCell id="11" style="edgeStyle=orthogonalEdgeStyle;rounded=0;orthogonalLoop=1;jettySize=auto;html=1;exitX=0.5;exitY=0;exitDx=0;exitDy=0;endArrow=block;endFill=0;" parent="1" source="7" target="14" edge="1">
          <mxGeometry relative="1" as="geometry">
            <Array as="points">
              <mxPoint x="2025" y="1080" />
              <mxPoint x="1830" y="1080" />
            </Array>
          </mxGeometry>
        </mxCell>
        <mxCell id="12" value="&amp;lt;&amp;lt;Interface&amp;gt;&amp;gt;&lt;div&gt;&lt;span style=&quot;text-align: left;&quot;&gt;IEventSchemaRegistry&lt;/span&gt;&lt;/div&gt;" style="swimlane;fontStyle=1;align=center;verticalAlign=top;childLayout=stackLayout;horizontal=1;startSize=40;horizontalStack=0;resizeParent=1;resizeParentMax=0;resizeLast=0;collapsible=1;marginBottom=0;whiteSpace=wrap;html=1;" parent="1" vertex="1">
          <mxGeometry x="2240" y="980" width="420" height="92" as="geometry" />
        </mxCell>
        <mxCell id="13" value="+ GetSchema(event: EventType, format: SerializationFormat): EvetSchema?" style="text;strokeColor=none;fillColor=none;align=left;verticalAlign=top;spacingLeft=4;spacingRight=4;overflow=hidden;rotatable=0;points=[[0,0.5],[1,0.5]];portConstraint=eastwest;whiteSpace=wrap;html=1;" parent="12" vertex="1">
          <mxGeometry y="40" width="420" height="26" as="geometry" />
        </mxCell>
        <mxCell id="71" value="+ RegisterSchema(schema: EvetSchema): void" style="text;strokeColor=none;fillColor=none;align=left;verticalAlign=top;spacingLeft=4;spacingRight=4;overflow=hidden;rotatable=0;points=[[0,0.5],[1,0.5]];portConstraint=eastwest;whiteSpace=wrap;html=1;" parent="12" vertex="1">
          <mxGeometry y="66" width="420" height="26" as="geometry" />
        </mxCell>
        <mxCell id="14" value="&lt;div style=&quot;text-align: left;&quot;&gt;&lt;span style=&quot;background-color: transparent; color: light-dark(rgb(0, 0, 0), rgb(255, 255, 255));&quot;&gt;&lt;i&gt;BaseSerializer&lt;/i&gt;&lt;/span&gt;&lt;span style=&quot;background-color: transparent; color: light-dark(rgb(0, 0, 0), rgb(255, 255, 255));&quot;&gt;&amp;lt;TEvent&amp;gt;&lt;/span&gt;&lt;/div&gt;" style="swimlane;fontStyle=1;align=center;verticalAlign=top;childLayout=stackLayout;horizontal=1;startSize=26;horizontalStack=0;resizeParent=1;resizeParentMax=0;resizeLast=0;collapsible=1;marginBottom=0;whiteSpace=wrap;html=1;" parent="1" vertex="1">
          <mxGeometry x="1635" y="868" width="310" height="112" as="geometry" />
        </mxCell>
        <mxCell id="15" value="- schemaRegistry:&amp;nbsp;IEventSchemaRegistry" style="text;strokeColor=none;fillColor=none;align=left;verticalAlign=top;spacingLeft=4;spacingRight=4;overflow=hidden;rotatable=0;points=[[0,0.5],[1,0.5]];portConstraint=eastwest;whiteSpace=wrap;html=1;" parent="14" vertex="1">
          <mxGeometry y="26" width="310" height="26" as="geometry" />
        </mxCell>
        <mxCell id="16" value="&lt;i&gt;# EventType: EventType&lt;/i&gt;" style="text;strokeColor=none;fillColor=none;align=left;verticalAlign=top;spacingLeft=4;spacingRight=4;overflow=hidden;rotatable=0;points=[[0,0.5],[1,0.5]];portConstraint=eastwest;whiteSpace=wrap;html=1;" parent="14" vertex="1">
          <mxGeometry y="52" width="310" height="26" as="geometry" />
        </mxCell>
        <mxCell id="17" value="" style="line;strokeWidth=1;fillColor=none;align=left;verticalAlign=middle;spacingTop=-1;spacingLeft=3;spacingRight=3;rotatable=0;labelPosition=right;points=[];portConstraint=eastwest;strokeColor=inherit;" parent="14" vertex="1">
          <mxGeometry y="78" width="310" height="8" as="geometry" />
        </mxCell>
        <mxCell id="18" value="&lt;i&gt;+ Serialize&amp;lt;TEvent&amp;gt;(event: TEvent): RawEvent&lt;/i&gt;" style="text;strokeColor=none;fillColor=none;align=left;verticalAlign=top;spacingLeft=4;spacingRight=4;overflow=hidden;rotatable=0;points=[[0,0.5],[1,0.5]];portConstraint=eastwest;whiteSpace=wrap;html=1;" parent="14" vertex="1">
          <mxGeometry y="86" width="310" height="26" as="geometry" />
        </mxCell>
        <mxCell id="19" style="edgeStyle=orthogonalEdgeStyle;rounded=0;orthogonalLoop=1;jettySize=auto;html=1;" parent="1" source="15" target="12" edge="1">
          <mxGeometry relative="1" as="geometry" />
        </mxCell>
        <mxCell id="20" value="&lt;span style=&quot;text-align: left;&quot;&gt;EvetSchema&lt;/span&gt;" style="swimlane;fontStyle=1;align=center;verticalAlign=top;childLayout=stackLayout;horizontal=1;startSize=26;horizontalStack=0;resizeParent=1;resizeParentMax=0;resizeLast=0;collapsible=1;marginBottom=0;whiteSpace=wrap;html=1;" parent="1" vertex="1">
          <mxGeometry x="3050" y="990" width="160" height="86" as="geometry" />
        </mxCell>
        <mxCell id="21" value="- _schema: JsonDocument" style="text;strokeColor=none;fillColor=none;align=left;verticalAlign=top;spacingLeft=4;spacingRight=4;overflow=hidden;rotatable=0;points=[[0,0.5],[1,0.5]];portConstraint=eastwest;whiteSpace=wrap;html=1;" parent="20" vertex="1">
          <mxGeometry y="26" width="160" height="26" as="geometry" />
        </mxCell>
        <mxCell id="22" value="" style="line;strokeWidth=1;fillColor=none;align=left;verticalAlign=middle;spacingTop=-1;spacingLeft=3;spacingRight=3;rotatable=0;labelPosition=right;points=[];portConstraint=eastwest;strokeColor=inherit;" parent="20" vertex="1">
          <mxGeometry y="52" width="160" height="8" as="geometry" />
        </mxCell>
        <mxCell id="23" value="+ ToString(): String" style="text;strokeColor=none;fillColor=none;align=left;verticalAlign=top;spacingLeft=4;spacingRight=4;overflow=hidden;rotatable=0;points=[[0,0.5],[1,0.5]];portConstraint=eastwest;whiteSpace=wrap;html=1;" parent="20" vertex="1">
          <mxGeometry y="60" width="160" height="26" as="geometry" />
        </mxCell>
        <mxCell id="24" style="edgeStyle=orthogonalEdgeStyle;rounded=0;orthogonalLoop=1;jettySize=auto;html=1;exitX=1;exitY=0.5;exitDx=0;exitDy=0;" parent="1" source="13" target="20" edge="1">
          <mxGeometry relative="1" as="geometry" />
        </mxCell>
        <mxCell id="25" value="&lt;span style=&quot;text-align: left;&quot;&gt;EventType&lt;/span&gt;" style="swimlane;fontStyle=1;align=center;verticalAlign=top;childLayout=stackLayout;horizontal=1;startSize=26;horizontalStack=0;resizeParent=1;resizeParentMax=0;resizeLast=0;collapsible=1;marginBottom=0;whiteSpace=wrap;html=1;" parent="1" vertex="1">
          <mxGeometry x="2880" y="1365" width="250" height="138" as="geometry" />
        </mxCell>
        <mxCell id="26" value="- _typeName: string" style="text;strokeColor=none;fillColor=none;align=left;verticalAlign=top;spacingLeft=4;spacingRight=4;overflow=hidden;rotatable=0;points=[[0,0.5],[1,0.5]];portConstraint=eastwest;whiteSpace=wrap;html=1;" parent="25" vertex="1">
          <mxGeometry y="26" width="250" height="26" as="geometry" />
        </mxCell>
        <mxCell id="27" value="" style="line;strokeWidth=1;fillColor=none;align=left;verticalAlign=middle;spacingTop=-1;spacingLeft=3;spacingRight=3;rotatable=0;labelPosition=right;points=[];portConstraint=eastwest;strokeColor=inherit;" parent="25" vertex="1">
          <mxGeometry y="52" width="250" height="8" as="geometry" />
        </mxCell>
        <mxCell id="28" value="+ ToString(): String" style="text;strokeColor=none;fillColor=none;align=left;verticalAlign=top;spacingLeft=4;spacingRight=4;overflow=hidden;rotatable=0;points=[[0,0.5],[1,0.5]];portConstraint=eastwest;whiteSpace=wrap;html=1;" parent="25" vertex="1">
          <mxGeometry y="60" width="250" height="26" as="geometry" />
        </mxCell>
        <mxCell id="92" value="&lt;u&gt;+ FromType&amp;lt;T&amp;gt;(): EventType&lt;/u&gt;" style="text;strokeColor=none;fillColor=none;align=left;verticalAlign=top;spacingLeft=4;spacingRight=4;overflow=hidden;rotatable=0;points=[[0,0.5],[1,0.5]];portConstraint=eastwest;whiteSpace=wrap;html=1;" parent="25" vertex="1">
          <mxGeometry y="86" width="250" height="26" as="geometry" />
        </mxCell>
        <mxCell id="78" value="&lt;u&gt;+ FromString(value: string): EventType&lt;/u&gt;" style="text;strokeColor=none;fillColor=none;align=left;verticalAlign=top;spacingLeft=4;spacingRight=4;overflow=hidden;rotatable=0;points=[[0,0.5],[1,0.5]];portConstraint=eastwest;whiteSpace=wrap;html=1;" parent="25" vertex="1">
          <mxGeometry y="112" width="250" height="26" as="geometry" />
        </mxCell>
        <mxCell id="29" value="&lt;span style=&quot;text-align: left;&quot;&gt;&lt;i&gt;SerializationFormat&lt;/i&gt;&lt;/span&gt;" style="swimlane;fontStyle=1;align=center;verticalAlign=top;childLayout=stackLayout;horizontal=1;startSize=26;horizontalStack=0;resizeParent=1;resizeParentMax=0;resizeLast=0;collapsible=1;marginBottom=0;whiteSpace=wrap;html=1;" parent="1" vertex="1">
          <mxGeometry x="2600" y="1365" width="230" height="116" as="geometry" />
        </mxCell>
        <mxCell id="30" value="- _formatName: string" style="text;strokeColor=none;fillColor=none;align=left;verticalAlign=top;spacingLeft=4;spacingRight=4;overflow=hidden;rotatable=0;points=[[0,0.5],[1,0.5]];portConstraint=eastwest;whiteSpace=wrap;html=1;" parent="29" vertex="1">
          <mxGeometry y="26" width="230" height="26" as="geometry" />
        </mxCell>
        <mxCell id="31" value="" style="line;strokeWidth=1;fillColor=none;align=left;verticalAlign=middle;spacingTop=-1;spacingLeft=3;spacingRight=3;rotatable=0;labelPosition=right;points=[];portConstraint=eastwest;strokeColor=inherit;" parent="29" vertex="1">
          <mxGeometry y="52" width="230" height="8" as="geometry" />
        </mxCell>
        <mxCell id="65" value="#&amp;nbsp;&lt;span style=&quot;border-color: rgb(218, 220, 224);&quot;&gt;SerializationFormat(name: String)&lt;/span&gt;" style="text;strokeColor=none;fillColor=none;align=left;verticalAlign=top;spacingLeft=4;spacingRight=4;overflow=hidden;rotatable=0;points=[[0,0.5],[1,0.5]];portConstraint=eastwest;whiteSpace=wrap;html=1;" parent="29" vertex="1">
          <mxGeometry y="60" width="230" height="30" as="geometry" />
        </mxCell>
        <mxCell id="32" value="+ ToString(): String" style="text;strokeColor=none;fillColor=none;align=left;verticalAlign=top;spacingLeft=4;spacingRight=4;overflow=hidden;rotatable=0;points=[[0,0.5],[1,0.5]];portConstraint=eastwest;whiteSpace=wrap;html=1;" parent="29" vertex="1">
          <mxGeometry y="90" width="230" height="26" as="geometry" />
        </mxCell>
        <mxCell id="46" style="edgeStyle=orthogonalEdgeStyle;rounded=0;orthogonalLoop=1;jettySize=auto;html=1;exitX=0.5;exitY=0;exitDx=0;exitDy=0;endArrow=block;endFill=0;" parent="1" source="42" target="12" edge="1">
          <mxGeometry relative="1" as="geometry" />
        </mxCell>
        <mxCell id="42" value="EventSchemaRegistry" style="swimlane;fontStyle=1;align=center;verticalAlign=top;childLayout=stackLayout;horizontal=1;startSize=26;horizontalStack=0;resizeParent=1;resizeParentMax=0;resizeLast=0;collapsible=1;marginBottom=0;whiteSpace=wrap;html=1;" parent="1" vertex="1">
          <mxGeometry x="2222.5" y="1118" width="455" height="112" as="geometry" />
        </mxCell>
        <mxCell id="43" value="- _schemas: Dictiorary&amp;lt;Tuple&amp;lt;EventType, SerializationFormat&amp;gt;, EventSchema&amp;gt;" style="text;strokeColor=none;fillColor=none;align=left;verticalAlign=top;spacingLeft=4;spacingRight=4;overflow=hidden;rotatable=0;points=[[0,0.5],[1,0.5]];portConstraint=eastwest;whiteSpace=wrap;html=1;" parent="42" vertex="1">
          <mxGeometry y="26" width="455" height="26" as="geometry" />
        </mxCell>
        <mxCell id="44" value="" style="line;strokeWidth=1;fillColor=none;align=left;verticalAlign=middle;spacingTop=-1;spacingLeft=3;spacingRight=3;rotatable=0;labelPosition=right;points=[];portConstraint=eastwest;strokeColor=inherit;" parent="42" vertex="1">
          <mxGeometry y="52" width="455" height="8" as="geometry" />
        </mxCell>
        <mxCell id="54" value="+ RegisterSchema(schema: EvetSchema): void" style="text;strokeColor=none;fillColor=none;align=left;verticalAlign=top;spacingLeft=4;spacingRight=4;overflow=hidden;rotatable=0;points=[[0,0.5],[1,0.5]];portConstraint=eastwest;whiteSpace=wrap;html=1;" parent="42" vertex="1">
          <mxGeometry y="60" width="455" height="26" as="geometry" />
        </mxCell>
        <mxCell id="45" value="+ GetSchema(event: EventType, format: SerializationFormat): EvetSchema?" style="text;strokeColor=none;fillColor=none;align=left;verticalAlign=top;spacingLeft=4;spacingRight=4;overflow=hidden;rotatable=0;points=[[0,0.5],[1,0.5]];portConstraint=eastwest;whiteSpace=wrap;html=1;" parent="42" vertex="1">
          <mxGeometry y="86" width="455" height="26" as="geometry" />
        </mxCell>
        <mxCell id="53" style="edgeStyle=orthogonalEdgeStyle;rounded=0;orthogonalLoop=1;jettySize=auto;html=1;exitX=1;exitY=0.5;exitDx=0;exitDy=0;" parent="1" source="43" target="29" edge="1">
          <mxGeometry relative="1" as="geometry">
            <mxPoint x="2790" y="1220" as="targetPoint" />
          </mxGeometry>
        </mxCell>
        <mxCell id="64" style="edgeStyle=orthogonalEdgeStyle;rounded=0;orthogonalLoop=1;jettySize=auto;html=1;endArrow=block;endFill=0;" parent="1" source="55" target="29" edge="1">
          <mxGeometry relative="1" as="geometry">
            <Array as="points">
              <mxPoint x="2830" y="1560" />
              <mxPoint x="2690" y="1560" />
            </Array>
          </mxGeometry>
        </mxCell>
        <mxCell id="55" value="&lt;span style=&quot;text-align: left;&quot;&gt;AvroFormat&lt;/span&gt;" style="swimlane;fontStyle=1;align=center;verticalAlign=top;childLayout=stackLayout;horizontal=1;startSize=26;horizontalStack=0;resizeParent=1;resizeParentMax=0;resizeLast=0;collapsible=1;marginBottom=0;whiteSpace=wrap;html=1;" parent="1" vertex="1">
          <mxGeometry x="2710" y="1630" width="240" height="138" as="geometry" />
        </mxCell>
        <mxCell id="56" value="- _typeName: string" style="text;strokeColor=none;fillColor=none;align=left;verticalAlign=top;spacingLeft=4;spacingRight=4;overflow=hidden;rotatable=0;points=[[0,0.5],[1,0.5]];portConstraint=eastwest;whiteSpace=wrap;html=1;" parent="55" vertex="1">
          <mxGeometry y="26" width="240" height="26" as="geometry" />
        </mxCell>
        <mxCell id="57" value="" style="line;strokeWidth=1;fillColor=none;align=left;verticalAlign=middle;spacingTop=-1;spacingLeft=3;spacingRight=3;rotatable=0;labelPosition=right;points=[];portConstraint=eastwest;strokeColor=inherit;" parent="55" vertex="1">
          <mxGeometry y="52" width="240" height="8" as="geometry" />
        </mxCell>
        <mxCell id="66" value="- AvroFormat() =&amp;gt; base(&quot;AVRO&quot;)" style="text;strokeColor=none;fillColor=none;align=left;verticalAlign=top;spacingLeft=4;spacingRight=4;overflow=hidden;rotatable=0;points=[[0,0.5],[1,0.5]];portConstraint=eastwest;whiteSpace=wrap;html=1;" parent="55" vertex="1">
          <mxGeometry y="60" width="240" height="26" as="geometry" />
        </mxCell>
        <mxCell id="58" value="+ ToString(): String" style="text;strokeColor=none;fillColor=none;align=left;verticalAlign=top;spacingLeft=4;spacingRight=4;overflow=hidden;rotatable=0;points=[[0,0.5],[1,0.5]];portConstraint=eastwest;whiteSpace=wrap;html=1;" parent="55" vertex="1">
          <mxGeometry y="86" width="240" height="26" as="geometry" />
        </mxCell>
        <mxCell id="69" value="&lt;u&gt;+ FromString(value: String): AvroFormat&lt;/u&gt;" style="text;strokeColor=none;fillColor=none;align=left;verticalAlign=top;spacingLeft=4;spacingRight=4;overflow=hidden;rotatable=0;points=[[0,0.5],[1,0.5]];portConstraint=eastwest;whiteSpace=wrap;html=1;" parent="55" vertex="1">
          <mxGeometry y="112" width="240" height="26" as="geometry" />
        </mxCell>
        <mxCell id="63" style="edgeStyle=orthogonalEdgeStyle;rounded=0;orthogonalLoop=1;jettySize=auto;html=1;endArrow=block;endFill=0;exitX=0.5;exitY=0;exitDx=0;exitDy=0;" parent="1" source="59" target="29" edge="1">
          <mxGeometry relative="1" as="geometry">
            <mxPoint x="1580" y="1380" as="sourcePoint" />
            <Array as="points">
              <mxPoint x="2535" y="1560" />
              <mxPoint x="2680" y="1560" />
            </Array>
          </mxGeometry>
        </mxCell>
        <mxCell id="59" value="&lt;span style=&quot;text-align: left;&quot;&gt;JsonFormat&lt;/span&gt;" style="swimlane;fontStyle=1;align=center;verticalAlign=top;childLayout=stackLayout;horizontal=1;startSize=26;horizontalStack=0;resizeParent=1;resizeParentMax=0;resizeLast=0;collapsible=1;marginBottom=0;whiteSpace=wrap;html=1;" parent="1" vertex="1">
          <mxGeometry x="2420" y="1630" width="230" height="138" as="geometry" />
        </mxCell>
        <mxCell id="60" value="- _formatName: string" style="text;strokeColor=none;fillColor=none;align=left;verticalAlign=top;spacingLeft=4;spacingRight=4;overflow=hidden;rotatable=0;points=[[0,0.5],[1,0.5]];portConstraint=eastwest;whiteSpace=wrap;html=1;" parent="59" vertex="1">
          <mxGeometry y="26" width="230" height="26" as="geometry" />
        </mxCell>
        <mxCell id="61" value="" style="line;strokeWidth=1;fillColor=none;align=left;verticalAlign=middle;spacingTop=-1;spacingLeft=3;spacingRight=3;rotatable=0;labelPosition=right;points=[];portConstraint=eastwest;strokeColor=inherit;" parent="59" vertex="1">
          <mxGeometry y="52" width="230" height="8" as="geometry" />
        </mxCell>
        <mxCell id="67" value="- JsonFormat() =&amp;gt; base(&quot;JSON&quot;)" style="text;strokeColor=none;fillColor=none;align=left;verticalAlign=top;spacingLeft=4;spacingRight=4;overflow=hidden;rotatable=0;points=[[0,0.5],[1,0.5]];portConstraint=eastwest;whiteSpace=wrap;html=1;" parent="59" vertex="1">
          <mxGeometry y="60" width="230" height="26" as="geometry" />
        </mxCell>
        <mxCell id="68" value="+ ToString(): String" style="text;strokeColor=none;fillColor=none;align=left;verticalAlign=top;spacingLeft=4;spacingRight=4;overflow=hidden;rotatable=0;points=[[0,0.5],[1,0.5]];portConstraint=eastwest;whiteSpace=wrap;html=1;" parent="59" vertex="1">
          <mxGeometry y="86" width="230" height="26" as="geometry" />
        </mxCell>
        <mxCell id="62" value="&lt;u&gt;+ FromString(value: String): JsonFormat&lt;/u&gt;" style="text;strokeColor=none;fillColor=none;align=left;verticalAlign=top;spacingLeft=4;spacingRight=4;overflow=hidden;rotatable=0;points=[[0,0.5],[1,0.5]];portConstraint=eastwest;whiteSpace=wrap;html=1;" parent="59" vertex="1">
          <mxGeometry y="112" width="230" height="26" as="geometry" />
        </mxCell>
        <mxCell id="72" value="LocalSchemaProvider" style="swimlane;fontStyle=1;align=center;verticalAlign=top;childLayout=stackLayout;horizontal=1;startSize=26;horizontalStack=0;resizeParent=1;resizeParentMax=0;resizeLast=0;collapsible=1;marginBottom=0;whiteSpace=wrap;html=1;" parent="1" vertex="1">
          <mxGeometry x="2730" y="620" width="350" height="112" as="geometry" />
        </mxCell>
        <mxCell id="73" value="- schemaRegistry:&amp;nbsp;IEventSchemaRegistry" style="text;strokeColor=none;fillColor=none;align=left;verticalAlign=top;spacingLeft=4;spacingRight=4;overflow=hidden;rotatable=0;points=[[0,0.5],[1,0.5]];portConstraint=eastwest;whiteSpace=wrap;html=1;" parent="72" vertex="1">
          <mxGeometry y="26" width="350" height="26" as="geometry" />
        </mxCell>
        <mxCell id="79" value="- options: IOptions&amp;lt;LocalSchemaProviderSettings&amp;gt;" style="text;strokeColor=none;fillColor=none;align=left;verticalAlign=top;spacingLeft=4;spacingRight=4;overflow=hidden;rotatable=0;points=[[0,0.5],[1,0.5]];portConstraint=eastwest;whiteSpace=wrap;html=1;" parent="72" vertex="1">
          <mxGeometry y="52" width="350" height="26" as="geometry" />
        </mxCell>
        <mxCell id="74" value="" style="line;strokeWidth=1;fillColor=none;align=left;verticalAlign=middle;spacingTop=-1;spacingLeft=3;spacingRight=3;rotatable=0;labelPosition=right;points=[];portConstraint=eastwest;strokeColor=inherit;" parent="72" vertex="1">
          <mxGeometry y="78" width="350" height="8" as="geometry" />
        </mxCell>
        <mxCell id="75" value="+ ReadSchemasAsync(): Task" style="text;strokeColor=none;fillColor=none;align=left;verticalAlign=top;spacingLeft=4;spacingRight=4;overflow=hidden;rotatable=0;points=[[0,0.5],[1,0.5]];portConstraint=eastwest;whiteSpace=wrap;html=1;" parent="72" vertex="1">
          <mxGeometry y="86" width="350" height="26" as="geometry" />
        </mxCell>
        <mxCell id="76" style="edgeStyle=orthogonalEdgeStyle;rounded=0;orthogonalLoop=1;jettySize=auto;html=1;exitX=0;exitY=0.5;exitDx=0;exitDy=0;" parent="1" source="73" target="12" edge="1">
          <mxGeometry relative="1" as="geometry">
            <Array as="points">
              <mxPoint x="2620" y="659" />
            </Array>
          </mxGeometry>
        </mxCell>
        <mxCell id="80" value="LocalSchemaProviderSettings" style="swimlane;fontStyle=1;align=center;verticalAlign=top;childLayout=stackLayout;horizontal=1;startSize=26;horizontalStack=0;resizeParent=1;resizeParentMax=0;resizeLast=0;collapsible=1;marginBottom=0;whiteSpace=wrap;html=1;" parent="1" vertex="1">
          <mxGeometry x="3100" y="740" width="370" height="78" as="geometry" />
        </mxCell>
        <mxCell id="81" value="+ SectionName: String =&amp;gt; &quot;EventStreamingLocalSchemaProvider&quot;" style="text;strokeColor=none;fillColor=none;align=left;verticalAlign=top;spacingLeft=4;spacingRight=4;overflow=hidden;rotatable=0;points=[[0,0.5],[1,0.5]];portConstraint=eastwest;whiteSpace=wrap;html=1;" parent="80" vertex="1">
          <mxGeometry y="26" width="370" height="26" as="geometry" />
        </mxCell>
        <mxCell id="83" value="+ Shemas:&amp;nbsp;EvetSchemaDefinition[]" style="text;strokeColor=none;fillColor=none;align=left;verticalAlign=top;spacingLeft=4;spacingRight=4;overflow=hidden;rotatable=0;points=[[0,0.5],[1,0.5]];portConstraint=eastwest;whiteSpace=wrap;html=1;" parent="80" vertex="1">
          <mxGeometry y="52" width="370" height="26" as="geometry" />
        </mxCell>
        <mxCell id="84" style="edgeStyle=orthogonalEdgeStyle;rounded=0;orthogonalLoop=1;jettySize=auto;html=1;exitX=1;exitY=0.5;exitDx=0;exitDy=0;" parent="1" source="79" target="80" edge="1">
          <mxGeometry relative="1" as="geometry" />
        </mxCell>
        <mxCell id="85" style="edgeStyle=orthogonalEdgeStyle;rounded=0;orthogonalLoop=1;jettySize=auto;html=1;exitX=0;exitY=0.5;exitDx=0;exitDy=0;" parent="1" source="83" target="86" edge="1">
          <mxGeometry relative="1" as="geometry" />
        </mxCell>
        <mxCell id="86" value="EvetSchemaDefinition" style="swimlane;fontStyle=1;align=center;verticalAlign=top;childLayout=stackLayout;horizontal=1;startSize=26;horizontalStack=0;resizeParent=1;resizeParentMax=0;resizeLast=0;collapsible=1;marginBottom=0;whiteSpace=wrap;html=1;" parent="1" vertex="1">
          <mxGeometry x="2860" y="878" width="160" height="104" as="geometry" />
        </mxCell>
        <mxCell id="87" value="+ Type: String" style="text;strokeColor=none;fillColor=none;align=left;verticalAlign=top;spacingLeft=4;spacingRight=4;overflow=hidden;rotatable=0;points=[[0,0.5],[1,0.5]];portConstraint=eastwest;whiteSpace=wrap;html=1;" parent="86" vertex="1">
          <mxGeometry y="26" width="160" height="26" as="geometry" />
        </mxCell>
        <mxCell id="89" value="+ Format: String" style="text;strokeColor=none;fillColor=none;align=left;verticalAlign=top;spacingLeft=4;spacingRight=4;overflow=hidden;rotatable=0;points=[[0,0.5],[1,0.5]];portConstraint=eastwest;whiteSpace=wrap;html=1;" parent="86" vertex="1">
          <mxGeometry y="52" width="160" height="26" as="geometry" />
        </mxCell>
        <mxCell id="90" value="+ Schema: String" style="text;strokeColor=none;fillColor=none;align=left;verticalAlign=top;spacingLeft=4;spacingRight=4;overflow=hidden;rotatable=0;points=[[0,0.5],[1,0.5]];portConstraint=eastwest;whiteSpace=wrap;html=1;" parent="86" vertex="1">
          <mxGeometry y="78" width="160" height="26" as="geometry" />
        </mxCell>
        <mxCell id="91" style="edgeStyle=orthogonalEdgeStyle;rounded=0;orthogonalLoop=1;jettySize=auto;html=1;exitX=1;exitY=0.5;exitDx=0;exitDy=0;" parent="1" source="43" target="25" edge="1">
          <mxGeometry relative="1" as="geometry" />
        </mxCell>
        <mxCell id="93" value="RemoteSchemaProvider" style="swimlane;fontStyle=1;align=center;verticalAlign=top;childLayout=stackLayout;horizontal=1;startSize=26;horizontalStack=0;resizeParent=1;resizeParentMax=0;resizeLast=0;collapsible=1;marginBottom=0;whiteSpace=wrap;html=1;" parent="1" vertex="1">
          <mxGeometry x="2730" y="404" width="350" height="138" as="geometry" />
        </mxCell>
        <mxCell id="94" value="- schemaRegistry:&amp;nbsp;IEventSchemaRegistry" style="text;strokeColor=none;fillColor=none;align=left;verticalAlign=top;spacingLeft=4;spacingRight=4;overflow=hidden;rotatable=0;points=[[0,0.5],[1,0.5]];portConstraint=eastwest;whiteSpace=wrap;html=1;" parent="93" vertex="1">
          <mxGeometry y="26" width="350" height="26" as="geometry" />
        </mxCell>
        <mxCell id="103" value="- registryClient:&amp;nbsp;IRemoteRegistryClient" style="text;strokeColor=none;fillColor=none;align=left;verticalAlign=top;spacingLeft=4;spacingRight=4;overflow=hidden;rotatable=0;points=[[0,0.5],[1,0.5]];portConstraint=eastwest;whiteSpace=wrap;html=1;" parent="93" vertex="1">
          <mxGeometry y="52" width="350" height="26" as="geometry" />
        </mxCell>
        <mxCell id="95" value="- options: IOptions&amp;lt;RemoteSchemaProviderSettings&amp;gt;" style="text;strokeColor=none;fillColor=none;align=left;verticalAlign=top;spacingLeft=4;spacingRight=4;overflow=hidden;rotatable=0;points=[[0,0.5],[1,0.5]];portConstraint=eastwest;whiteSpace=wrap;html=1;" parent="93" vertex="1">
          <mxGeometry y="78" width="350" height="26" as="geometry" />
        </mxCell>
        <mxCell id="96" value="" style="line;strokeWidth=1;fillColor=none;align=left;verticalAlign=middle;spacingTop=-1;spacingLeft=3;spacingRight=3;rotatable=0;labelPosition=right;points=[];portConstraint=eastwest;strokeColor=inherit;" parent="93" vertex="1">
          <mxGeometry y="104" width="350" height="8" as="geometry" />
        </mxCell>
        <mxCell id="97" value="+ ReadSchemasAsync(): Task" style="text;strokeColor=none;fillColor=none;align=left;verticalAlign=top;spacingLeft=4;spacingRight=4;overflow=hidden;rotatable=0;points=[[0,0.5],[1,0.5]];portConstraint=eastwest;whiteSpace=wrap;html=1;" parent="93" vertex="1">
          <mxGeometry y="112" width="350" height="26" as="geometry" />
        </mxCell>
        <mxCell id="98" style="edgeStyle=orthogonalEdgeStyle;rounded=0;orthogonalLoop=1;jettySize=auto;html=1;exitX=0;exitY=0.5;exitDx=0;exitDy=0;" parent="1" source="94" target="12" edge="1">
          <mxGeometry relative="1" as="geometry">
            <Array as="points">
              <mxPoint x="2530" y="443" />
            </Array>
          </mxGeometry>
        </mxCell>
        <mxCell id="99" value="RemoteSchemaProviderSettings" style="swimlane;fontStyle=1;align=center;verticalAlign=top;childLayout=stackLayout;horizontal=1;startSize=26;horizontalStack=0;resizeParent=1;resizeParentMax=0;resizeLast=0;collapsible=1;marginBottom=0;whiteSpace=wrap;html=1;" parent="1" vertex="1">
          <mxGeometry x="3120" y="550" width="400" height="78" as="geometry" />
        </mxCell>
        <mxCell id="100" value="+ SectionName: String =&amp;gt; &quot;EventStreamingRemoteSchemaProvider&quot;" style="text;strokeColor=none;fillColor=none;align=left;verticalAlign=top;spacingLeft=4;spacingRight=4;overflow=hidden;rotatable=0;points=[[0,0.5],[1,0.5]];portConstraint=eastwest;whiteSpace=wrap;html=1;" parent="99" vertex="1">
          <mxGeometry y="26" width="400" height="26" as="geometry" />
        </mxCell>
        <mxCell id="101" value="+ RemoteRegistryUrl: String" style="text;strokeColor=none;fillColor=none;align=left;verticalAlign=top;spacingLeft=4;spacingRight=4;overflow=hidden;rotatable=0;points=[[0,0.5],[1,0.5]];portConstraint=eastwest;whiteSpace=wrap;html=1;" parent="99" vertex="1">
          <mxGeometry y="52" width="400" height="26" as="geometry" />
        </mxCell>
        <mxCell id="102" style="edgeStyle=orthogonalEdgeStyle;rounded=0;orthogonalLoop=1;jettySize=auto;html=1;exitX=1;exitY=0.5;exitDx=0;exitDy=0;" parent="1" source="95" target="99" edge="1">
          <mxGeometry relative="1" as="geometry" />
        </mxCell>
        <mxCell id="104" value="&amp;lt;&amp;lt;Interface&amp;gt;&amp;gt;&lt;br&gt;IRemoteRegistryClient&lt;div&gt;&lt;/div&gt;" style="swimlane;fontStyle=1;align=center;verticalAlign=top;childLayout=stackLayout;horizontal=1;startSize=40;horizontalStack=0;resizeParent=1;resizeParentMax=0;resizeLast=0;collapsible=1;marginBottom=0;whiteSpace=wrap;html=1;" parent="1" vertex="1">
          <mxGeometry x="3617.5" y="641.5" width="320" height="66" as="geometry" />
        </mxCell>
        <mxCell id="105" value="+ Serialize&amp;lt;TEvent&amp;gt;(event: TEvent): RawEvent" style="text;strokeColor=none;fillColor=none;align=left;verticalAlign=top;spacingLeft=4;spacingRight=4;overflow=hidden;rotatable=0;points=[[0,0.5],[1,0.5]];portConstraint=eastwest;whiteSpace=wrap;html=1;" parent="104" vertex="1">
          <mxGeometry y="40" width="320" height="26" as="geometry" />
        </mxCell>
        <mxCell id="106" style="edgeStyle=orthogonalEdgeStyle;rounded=0;orthogonalLoop=1;jettySize=auto;html=1;exitX=1;exitY=0.5;exitDx=0;exitDy=0;" parent="1" source="103" target="104" edge="1">
          <mxGeometry relative="1" as="geometry" />
        </mxCell>
        <mxCell id="112" style="edgeStyle=orthogonalEdgeStyle;rounded=0;orthogonalLoop=1;jettySize=auto;html=1;exitX=0.5;exitY=0;exitDx=0;exitDy=0;endArrow=block;endFill=0;" parent="1" source="107" target="104" edge="1">
          <mxGeometry relative="1" as="geometry" />
        </mxCell>
        <mxCell id="107" value="RemoteRegistryHttpClient" style="swimlane;fontStyle=1;align=center;verticalAlign=top;childLayout=stackLayout;horizontal=1;startSize=26;horizontalStack=0;resizeParent=1;resizeParentMax=0;resizeLast=0;collapsible=1;marginBottom=0;whiteSpace=wrap;html=1;" parent="1" vertex="1">
          <mxGeometry x="3550" y="768.5" width="455" height="86" as="geometry" />
        </mxCell>
        <mxCell id="108" value="- _clientFactory: IHttpClientFactory" style="text;strokeColor=none;fillColor=none;align=left;verticalAlign=top;spacingLeft=4;spacingRight=4;overflow=hidden;rotatable=0;points=[[0,0.5],[1,0.5]];portConstraint=eastwest;whiteSpace=wrap;html=1;" parent="107" vertex="1">
          <mxGeometry y="26" width="455" height="26" as="geometry" />
        </mxCell>
        <mxCell id="109" value="" style="line;strokeWidth=1;fillColor=none;align=left;verticalAlign=middle;spacingTop=-1;spacingLeft=3;spacingRight=3;rotatable=0;labelPosition=right;points=[];portConstraint=eastwest;strokeColor=inherit;" parent="107" vertex="1">
          <mxGeometry y="52" width="455" height="8" as="geometry" />
        </mxCell>
        <mxCell id="111" value="+ GetSchemasForTypeAsync(type: EventType): Task&amp;lt;EvetSchemaDefinition[]&amp;gt;" style="text;strokeColor=none;fillColor=none;align=left;verticalAlign=top;spacingLeft=4;spacingRight=4;overflow=hidden;rotatable=0;points=[[0,0.5],[1,0.5]];portConstraint=eastwest;whiteSpace=wrap;html=1;" parent="107" vertex="1">
          <mxGeometry y="60" width="455" height="26" as="geometry" />
        </mxCell>
        <mxCell id="113" style="edgeStyle=orthogonalEdgeStyle;rounded=0;orthogonalLoop=1;jettySize=auto;html=1;exitX=0;exitY=0.5;exitDx=0;exitDy=0;" parent="1" source="111" target="86" edge="1">
          <mxGeometry relative="1" as="geometry" />
        </mxCell>
        <mxCell id="116" value="InitParameters&amp;lt;TEvent&amp;gt;" style="swimlane;fontStyle=1;align=center;verticalAlign=top;childLayout=stackLayout;horizontal=1;startSize=26;horizontalStack=0;resizeParent=1;resizeParentMax=0;resizeLast=0;collapsible=1;marginBottom=0;whiteSpace=wrap;html=1;" vertex="1" parent="1">
          <mxGeometry x="346.5" y="202" width="200" height="86" as="geometry" />
        </mxCell>
        <mxCell id="117" value="+ payload: byte[]" style="text;strokeColor=none;fillColor=none;align=left;verticalAlign=top;spacingLeft=4;spacingRight=4;overflow=hidden;rotatable=0;points=[[0,0.5],[1,0.5]];portConstraint=eastwest;whiteSpace=wrap;html=1;" vertex="1" parent="116">
          <mxGeometry y="26" width="200" height="26" as="geometry" />
        </mxCell>
        <mxCell id="118" value="" style="line;strokeWidth=1;fillColor=none;align=left;verticalAlign=middle;spacingTop=-1;spacingLeft=3;spacingRight=3;rotatable=0;labelPosition=right;points=[];portConstraint=eastwest;strokeColor=inherit;" vertex="1" parent="116">
          <mxGeometry y="52" width="200" height="8" as="geometry" />
        </mxCell>
        <mxCell id="119" value="+ method(type): type" style="text;strokeColor=none;fillColor=none;align=left;verticalAlign=top;spacingLeft=4;spacingRight=4;overflow=hidden;rotatable=0;points=[[0,0.5],[1,0.5]];portConstraint=eastwest;whiteSpace=wrap;html=1;" vertex="1" parent="116">
          <mxGeometry y="60" width="200" height="26" as="geometry" />
        </mxCell>
        <mxCell id="120" style="edgeStyle=orthogonalEdgeStyle;rounded=0;orthogonalLoop=1;jettySize=auto;html=1;exitX=0;exitY=0.5;exitDx=0;exitDy=0;" edge="1" parent="1" source="115" target="116">
          <mxGeometry relative="1" as="geometry" />
        </mxCell>
        <mxCell id="127" value="RawEventId" style="swimlane;fontStyle=1;align=center;verticalAlign=top;childLayout=stackLayout;horizontal=1;startSize=26;horizontalStack=0;resizeParent=1;resizeParentMax=0;resizeLast=0;collapsible=1;marginBottom=0;whiteSpace=wrap;html=1;" vertex="1" parent="1">
          <mxGeometry x="1255" y="931" width="335" height="190" as="geometry" />
        </mxCell>
        <mxCell id="128" value="- _id: Guid" style="text;strokeColor=none;fillColor=none;align=left;verticalAlign=top;spacingLeft=4;spacingRight=4;overflow=hidden;rotatable=0;points=[[0,0.5],[1,0.5]];portConstraint=eastwest;whiteSpace=wrap;html=1;" vertex="1" parent="127">
          <mxGeometry y="26" width="335" height="26" as="geometry" />
        </mxCell>
        <mxCell id="129" value="" style="line;strokeWidth=1;fillColor=none;align=left;verticalAlign=middle;spacingTop=-1;spacingLeft=3;spacingRight=3;rotatable=0;labelPosition=right;points=[];portConstraint=eastwest;strokeColor=inherit;" vertex="1" parent="127">
          <mxGeometry y="52" width="335" height="8" as="geometry" />
        </mxCell>
        <mxCell id="130" value="-&amp;nbsp;RawEventId(id: Guid)" style="text;strokeColor=none;fillColor=none;align=left;verticalAlign=top;spacingLeft=4;spacingRight=4;overflow=hidden;rotatable=0;points=[[0,0.5],[1,0.5]];portConstraint=eastwest;whiteSpace=wrap;html=1;" vertex="1" parent="127">
          <mxGeometry y="60" width="335" height="26" as="geometry" />
        </mxCell>
        <mxCell id="131" value="+ ToString(): String" style="text;strokeColor=none;fillColor=none;align=left;verticalAlign=top;spacingLeft=4;spacingRight=4;overflow=hidden;rotatable=0;points=[[0,0.5],[1,0.5]];portConstraint=eastwest;whiteSpace=wrap;html=1;" vertex="1" parent="127">
          <mxGeometry y="86" width="335" height="26" as="geometry" />
        </mxCell>
        <mxCell id="134" value="+ AsGuid(): Guid" style="text;strokeColor=none;fillColor=none;align=left;verticalAlign=top;spacingLeft=4;spacingRight=4;overflow=hidden;rotatable=0;points=[[0,0.5],[1,0.5]];portConstraint=eastwest;whiteSpace=wrap;html=1;" vertex="1" parent="127">
          <mxGeometry y="112" width="335" height="26" as="geometry" />
        </mxCell>
        <mxCell id="132" value="&lt;u&gt;+ CreateSingle():&amp;nbsp;RawEventId&lt;/u&gt;" style="text;strokeColor=none;fillColor=none;align=left;verticalAlign=top;spacingLeft=4;spacingRight=4;overflow=hidden;rotatable=0;points=[[0,0.5],[1,0.5]];portConstraint=eastwest;whiteSpace=wrap;html=1;" vertex="1" parent="127">
          <mxGeometry y="138" width="335" height="26" as="geometry" />
        </mxCell>
        <mxCell id="138" value="&lt;u&gt;+ CreateMany(int count): IEnumerable&amp;lt;RawEventId&amp;gt;&lt;/u&gt;" style="text;strokeColor=none;fillColor=none;align=left;verticalAlign=top;spacingLeft=4;spacingRight=4;overflow=hidden;rotatable=0;points=[[0,0.5],[1,0.5]];portConstraint=eastwest;whiteSpace=wrap;html=1;" vertex="1" parent="127">
          <mxGeometry y="164" width="335" height="26" as="geometry" />
        </mxCell>
        <mxCell id="133" style="edgeStyle=orthogonalEdgeStyle;rounded=0;orthogonalLoop=1;jettySize=auto;html=1;exitX=1;exitY=0.5;exitDx=0;exitDy=0;" edge="1" parent="1" source="122" target="127">
          <mxGeometry relative="1" as="geometry" />
        </mxCell>
        <mxCell id="136" style="rounded=0;orthogonalLoop=1;jettySize=auto;html=1;entryX=0;entryY=0.5;entryDx=0;entryDy=0;exitX=0;exitY=0;exitDx=125;exitDy=28.5;exitPerimeter=0;" edge="1" parent="1" source="135" target="132">
          <mxGeometry relative="1" as="geometry">
            <mxPoint x="1310" y="1100" as="targetPoint" />
          </mxGeometry>
        </mxCell>
        <mxCell id="135" value="создает Guid v7" style="shape=note;whiteSpace=wrap;html=1;backgroundOutline=1;darkOpacity=0.05;size=15;" vertex="1" parent="1">
          <mxGeometry x="1070" y="1061" width="125" height="42" as="geometry" />
        </mxCell>
        <mxCell id="140" style="rounded=0;orthogonalLoop=1;jettySize=auto;html=1;entryX=0;entryY=0.5;entryDx=0;entryDy=0;exitX=0;exitY=0;exitDx=125;exitDy=28.5;exitPerimeter=0;" edge="1" parent="1" source="135" target="138">
          <mxGeometry relative="1" as="geometry">
            <mxPoint x="1205" y="1100" as="sourcePoint" />
            <mxPoint x="1265" y="1092" as="targetPoint" />
          </mxGeometry>
        </mxCell>
        <mxCell id="141" value="EventStreamingSettings" style="swimlane;fontStyle=1;align=center;verticalAlign=top;childLayout=stackLayout;horizontal=1;startSize=26;horizontalStack=0;resizeParent=1;resizeParentMax=0;resizeLast=0;collapsible=1;marginBottom=0;whiteSpace=wrap;html=1;" vertex="1" parent="1">
          <mxGeometry x="-130" y="563.5" width="320" height="78" as="geometry" />
        </mxCell>
        <mxCell id="142" value="+ SectionName: String =&amp;gt; &quot;EventStreaming&quot;" style="text;strokeColor=none;fillColor=none;align=left;verticalAlign=top;spacingLeft=4;spacingRight=4;overflow=hidden;rotatable=0;points=[[0,0.5],[1,0.5]];portConstraint=eastwest;whiteSpace=wrap;html=1;" vertex="1" parent="141">
          <mxGeometry y="26" width="320" height="26" as="geometry" />
        </mxCell>
        <mxCell id="143" value="+ TopicSettings: TopicSettings[]" style="text;strokeColor=none;fillColor=none;align=left;verticalAlign=top;spacingLeft=4;spacingRight=4;overflow=hidden;rotatable=0;points=[[0,0.5],[1,0.5]];portConstraint=eastwest;whiteSpace=wrap;html=1;" vertex="1" parent="141">
          <mxGeometry y="52" width="320" height="26" as="geometry" />
        </mxCell>
        <mxCell id="145" value="TopicSettings" style="swimlane;fontStyle=1;align=center;verticalAlign=top;childLayout=stackLayout;horizontal=1;startSize=26;horizontalStack=0;resizeParent=1;resizeParentMax=0;resizeLast=0;collapsible=1;marginBottom=0;whiteSpace=wrap;html=1;" vertex="1" parent="1">
          <mxGeometry x="-340" y="697" width="240" height="130" as="geometry" />
        </mxCell>
        <mxCell id="147" value="+ Type: String" style="text;strokeColor=none;fillColor=none;align=left;verticalAlign=top;spacingLeft=4;spacingRight=4;overflow=hidden;rotatable=0;points=[[0,0.5],[1,0.5]];portConstraint=eastwest;whiteSpace=wrap;html=1;" vertex="1" parent="145">
          <mxGeometry y="26" width="240" height="26" as="geometry" />
        </mxCell>
        <mxCell id="149" value="+ RegularTopic: String" style="text;strokeColor=none;fillColor=none;align=left;verticalAlign=top;spacingLeft=4;spacingRight=4;overflow=hidden;rotatable=0;points=[[0,0.5],[1,0.5]];portConstraint=eastwest;whiteSpace=wrap;html=1;" vertex="1" parent="145">
          <mxGeometry y="52" width="240" height="26" as="geometry" />
        </mxCell>
        <mxCell id="150" value="+ InitTopic: String" style="text;strokeColor=none;fillColor=none;align=left;verticalAlign=top;spacingLeft=4;spacingRight=4;overflow=hidden;rotatable=0;points=[[0,0.5],[1,0.5]];portConstraint=eastwest;whiteSpace=wrap;html=1;" vertex="1" parent="145">
          <mxGeometry y="78" width="240" height="26" as="geometry" />
        </mxCell>
        <mxCell id="151" value="+ ControlOutTopic: String" style="text;strokeColor=none;fillColor=none;align=left;verticalAlign=top;spacingLeft=4;spacingRight=4;overflow=hidden;rotatable=0;points=[[0,0.5],[1,0.5]];portConstraint=eastwest;whiteSpace=wrap;html=1;" vertex="1" parent="145">
          <mxGeometry y="104" width="240" height="26" as="geometry" />
        </mxCell>
        <mxCell id="148" style="edgeStyle=orthogonalEdgeStyle;rounded=0;orthogonalLoop=1;jettySize=auto;html=1;exitX=0;exitY=0.5;exitDx=0;exitDy=0;" edge="1" parent="1" source="143" target="145">
          <mxGeometry relative="1" as="geometry" />
        </mxCell>
        <mxCell id="156" value="&lt;span style=&quot;text-align: left;&quot;&gt;PostgreSql&lt;/span&gt;DatabaseContext" style="swimlane;fontStyle=1;align=center;verticalAlign=top;childLayout=stackLayout;horizontal=1;startSize=26;horizontalStack=0;resizeParent=1;resizeParentMax=0;resizeLast=0;collapsible=1;marginBottom=0;whiteSpace=wrap;html=1;" vertex="1" parent="1">
          <mxGeometry x="502" y="1610" width="343" height="86" as="geometry" />
        </mxCell>
        <mxCell id="157" value="- connection: IDbConnection" style="text;strokeColor=none;fillColor=none;align=left;verticalAlign=top;spacingLeft=4;spacingRight=4;overflow=hidden;rotatable=0;points=[[0,0.5],[1,0.5]];portConstraint=eastwest;whiteSpace=wrap;html=1;" vertex="1" parent="156">
          <mxGeometry y="26" width="343" height="26" as="geometry" />
        </mxCell>
        <mxCell id="158" value="" style="line;strokeWidth=1;fillColor=none;align=left;verticalAlign=middle;spacingTop=-1;spacingLeft=3;spacingRight=3;rotatable=0;labelPosition=right;points=[];portConstraint=eastwest;strokeColor=inherit;" vertex="1" parent="156">
          <mxGeometry y="52" width="343" height="8" as="geometry" />
        </mxCell>
        <mxCell id="159" value="+ GetCurrentTransaction(): System.Data.IDbTransaction" style="text;strokeColor=none;fillColor=none;align=left;verticalAlign=top;spacingLeft=4;spacingRight=4;overflow=hidden;rotatable=0;points=[[0,0.5],[1,0.5]];portConstraint=eastwest;whiteSpace=wrap;html=1;" vertex="1" parent="156">
          <mxGeometry y="60" width="343" height="26" as="geometry" />
        </mxCell>
        <mxCell id="161" style="edgeStyle=orthogonalEdgeStyle;rounded=0;orthogonalLoop=1;jettySize=auto;html=1;exitX=0;exitY=0.5;exitDx=0;exitDy=0;" edge="1" parent="1" source="160" target="141">
          <mxGeometry relative="1" as="geometry" />
        </mxCell>
-         <mxCell id="163" value="&lt;span style=&quot;text-align: left;&quot;&gt;&lt;i&gt;BaseEvent&lt;/i&gt;&lt;/span&gt;" style="swimlane;fontStyle=1;align=center;verticalAlign=top;childLayout=stackLayout;horizontal=1;startSize=26;horizontalStack=0;resizeParent=1;resizeParentMax=0;resizeLast=0;collapsible=1;marginBottom=0;whiteSpace=wrap;html=1;" vertex="1" parent="1">
-           <mxGeometry x="1360" y="1680" width="160" height="130" as="geometry" />
-         </mxCell>
-         <mxCell id="164" value="+ Id: RawEventId" style="text;strokeColor=none;fillColor=none;align=left;verticalAlign=top;spacingLeft=4;spacingRight=4;overflow=hidden;rotatable=0;points=[[0,0.5],[1,0.5]];portConstraint=eastwest;whiteSpace=wrap;html=1;" vertex="1" parent="163">
-           <mxGeometry y="26" width="160" height="26" as="geometry" />
-         </mxCell>
-         <mxCell id="165" value="+ Data: byte[]" style="text;strokeColor=none;fillColor=none;align=left;verticalAlign=top;spacingLeft=4;spacingRight=4;overflow=hidden;rotatable=0;points=[[0,0.5],[1,0.5]];portConstraint=eastwest;whiteSpace=wrap;html=1;" vertex="1" parent="163">
-           <mxGeometry y="52" width="160" height="26" as="geometry" />
-         </mxCell>
-         <mxCell id="166" value="+ PayloadHash: String" style="text;strokeColor=none;fillColor=none;align=left;verticalAlign=top;spacingLeft=4;spacingRight=4;overflow=hidden;rotatable=0;points=[[0,0.5],[1,0.5]];portConstraint=eastwest;whiteSpace=wrap;html=1;" vertex="1" parent="163">
-           <mxGeometry y="78" width="160" height="26" as="geometry" />
-         </mxCell>
-         <mxCell id="167" value="+ Topic: String" style="text;strokeColor=none;fillColor=none;align=left;verticalAlign=top;spacingLeft=4;spacingRight=4;overflow=hidden;rotatable=0;points=[[0,0.5],[1,0.5]];portConstraint=eastwest;whiteSpace=wrap;html=1;" vertex="1" parent="163">
-           <mxGeometry y="104" width="160" height="26" as="geometry" />
-         </mxCell>
      </root>
    </mxGraphModel>
  </diagram>
</mxfile>
